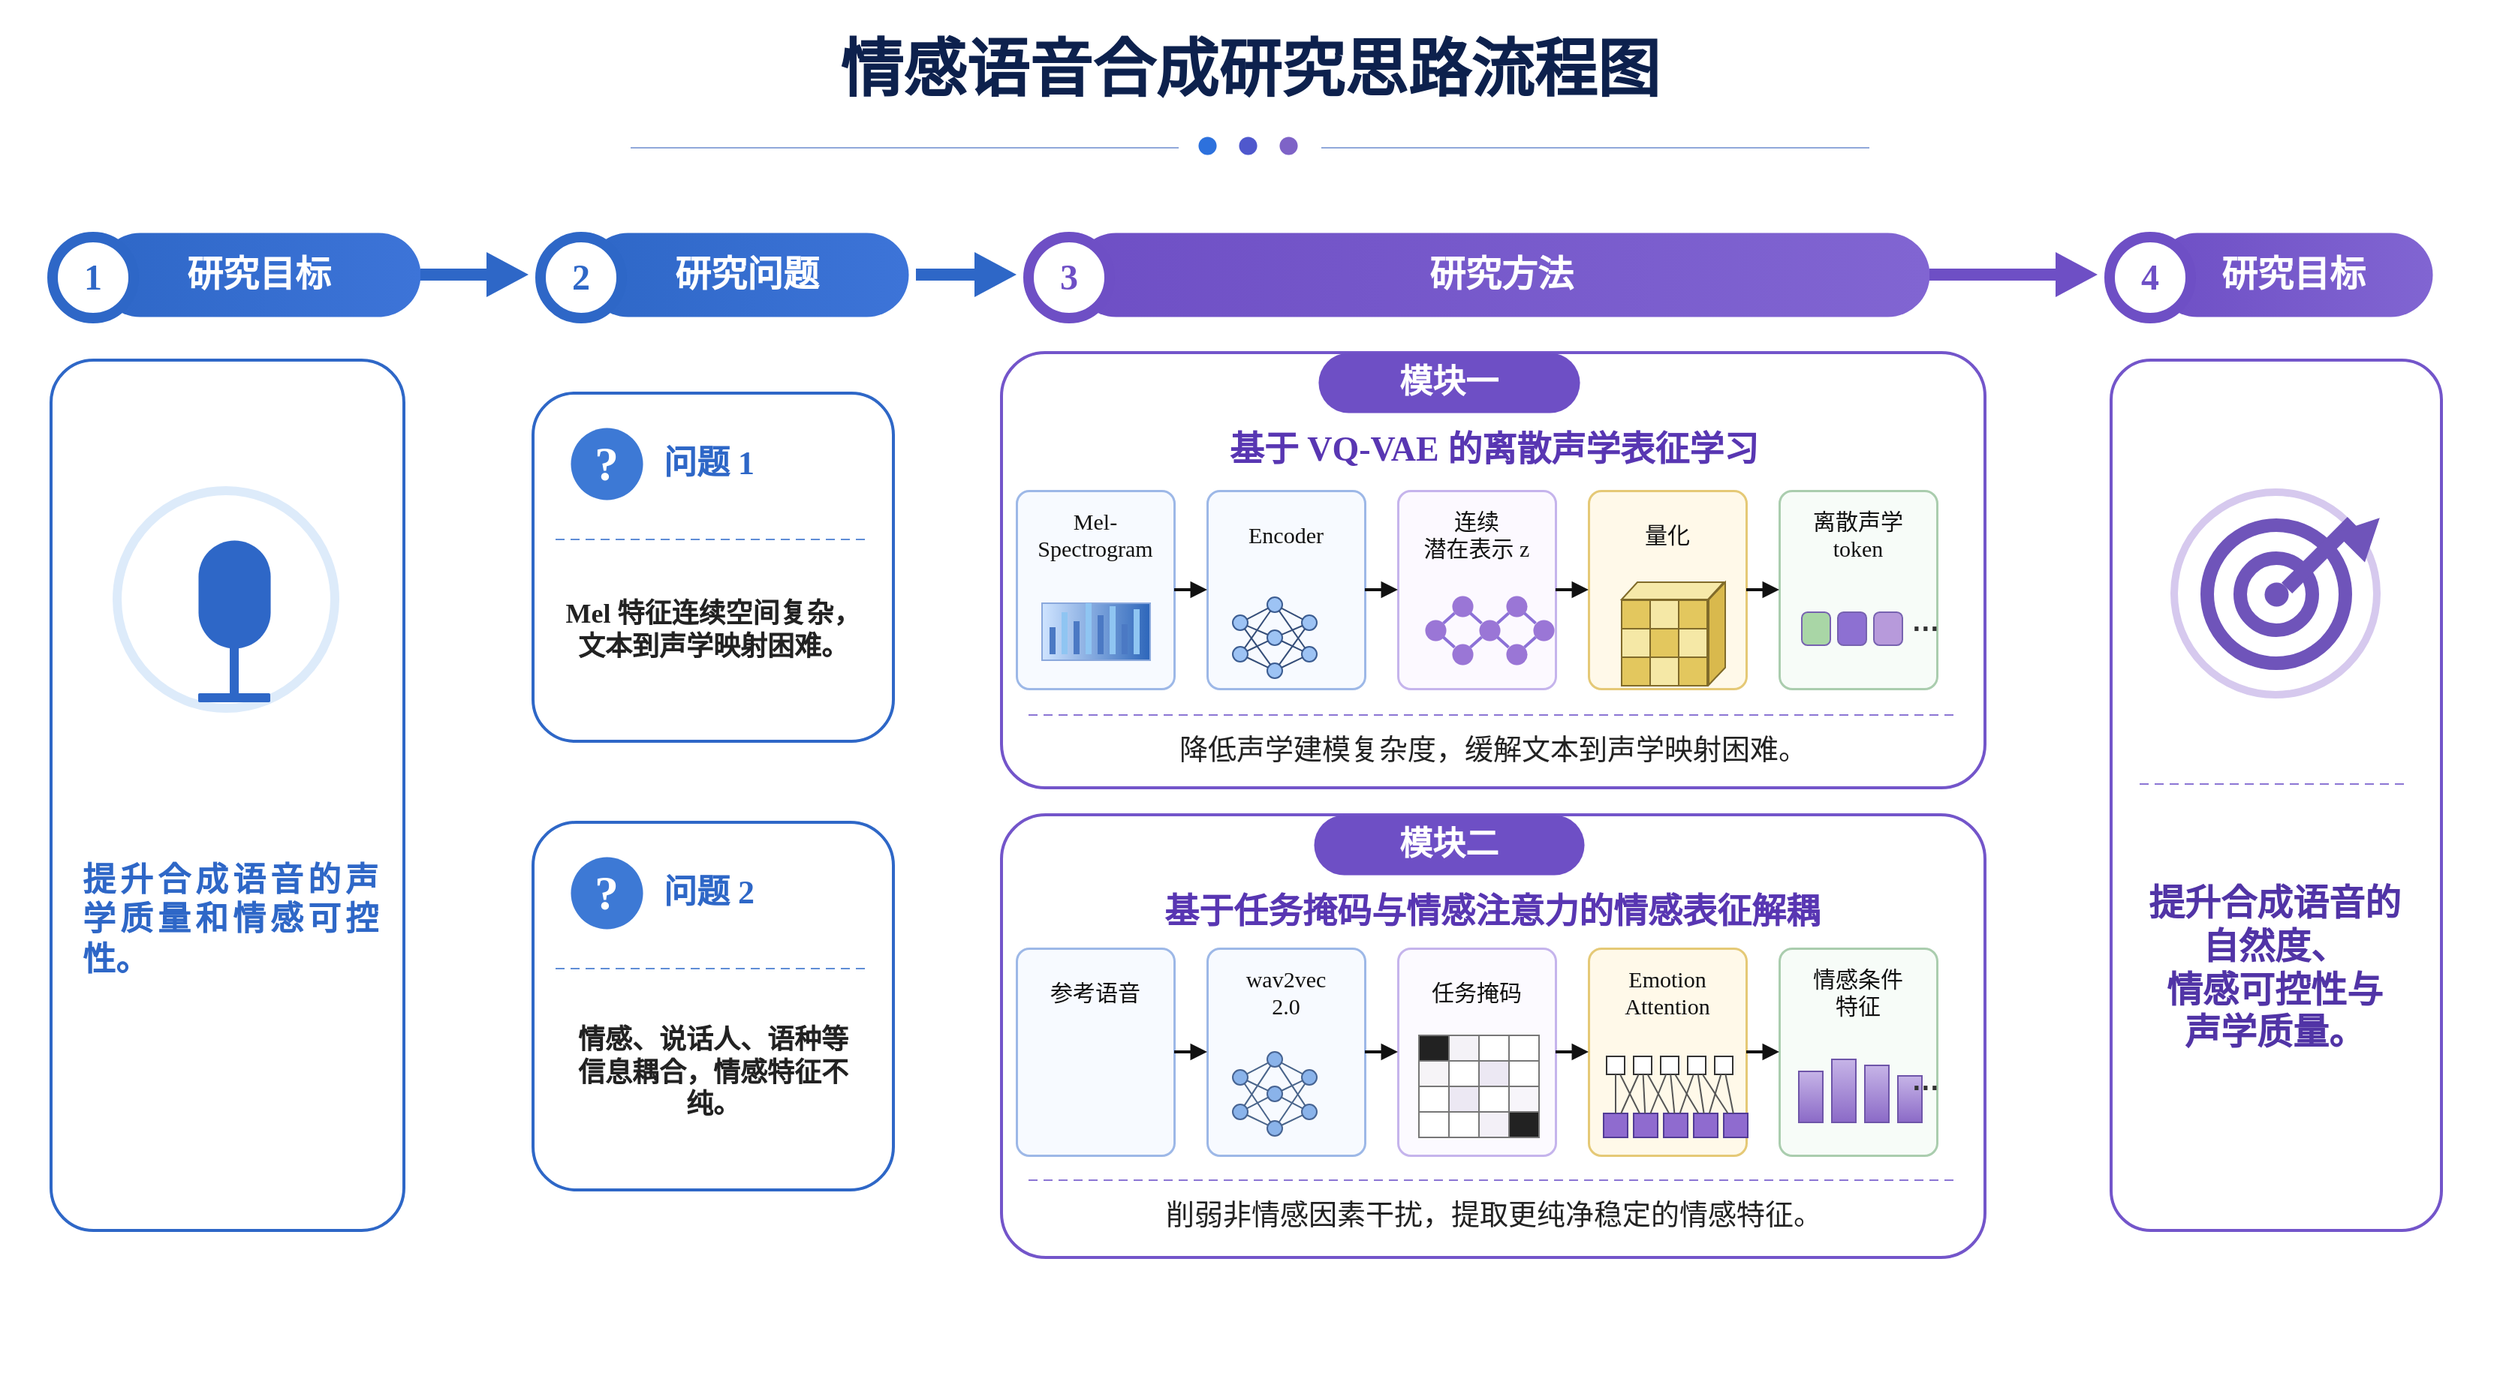
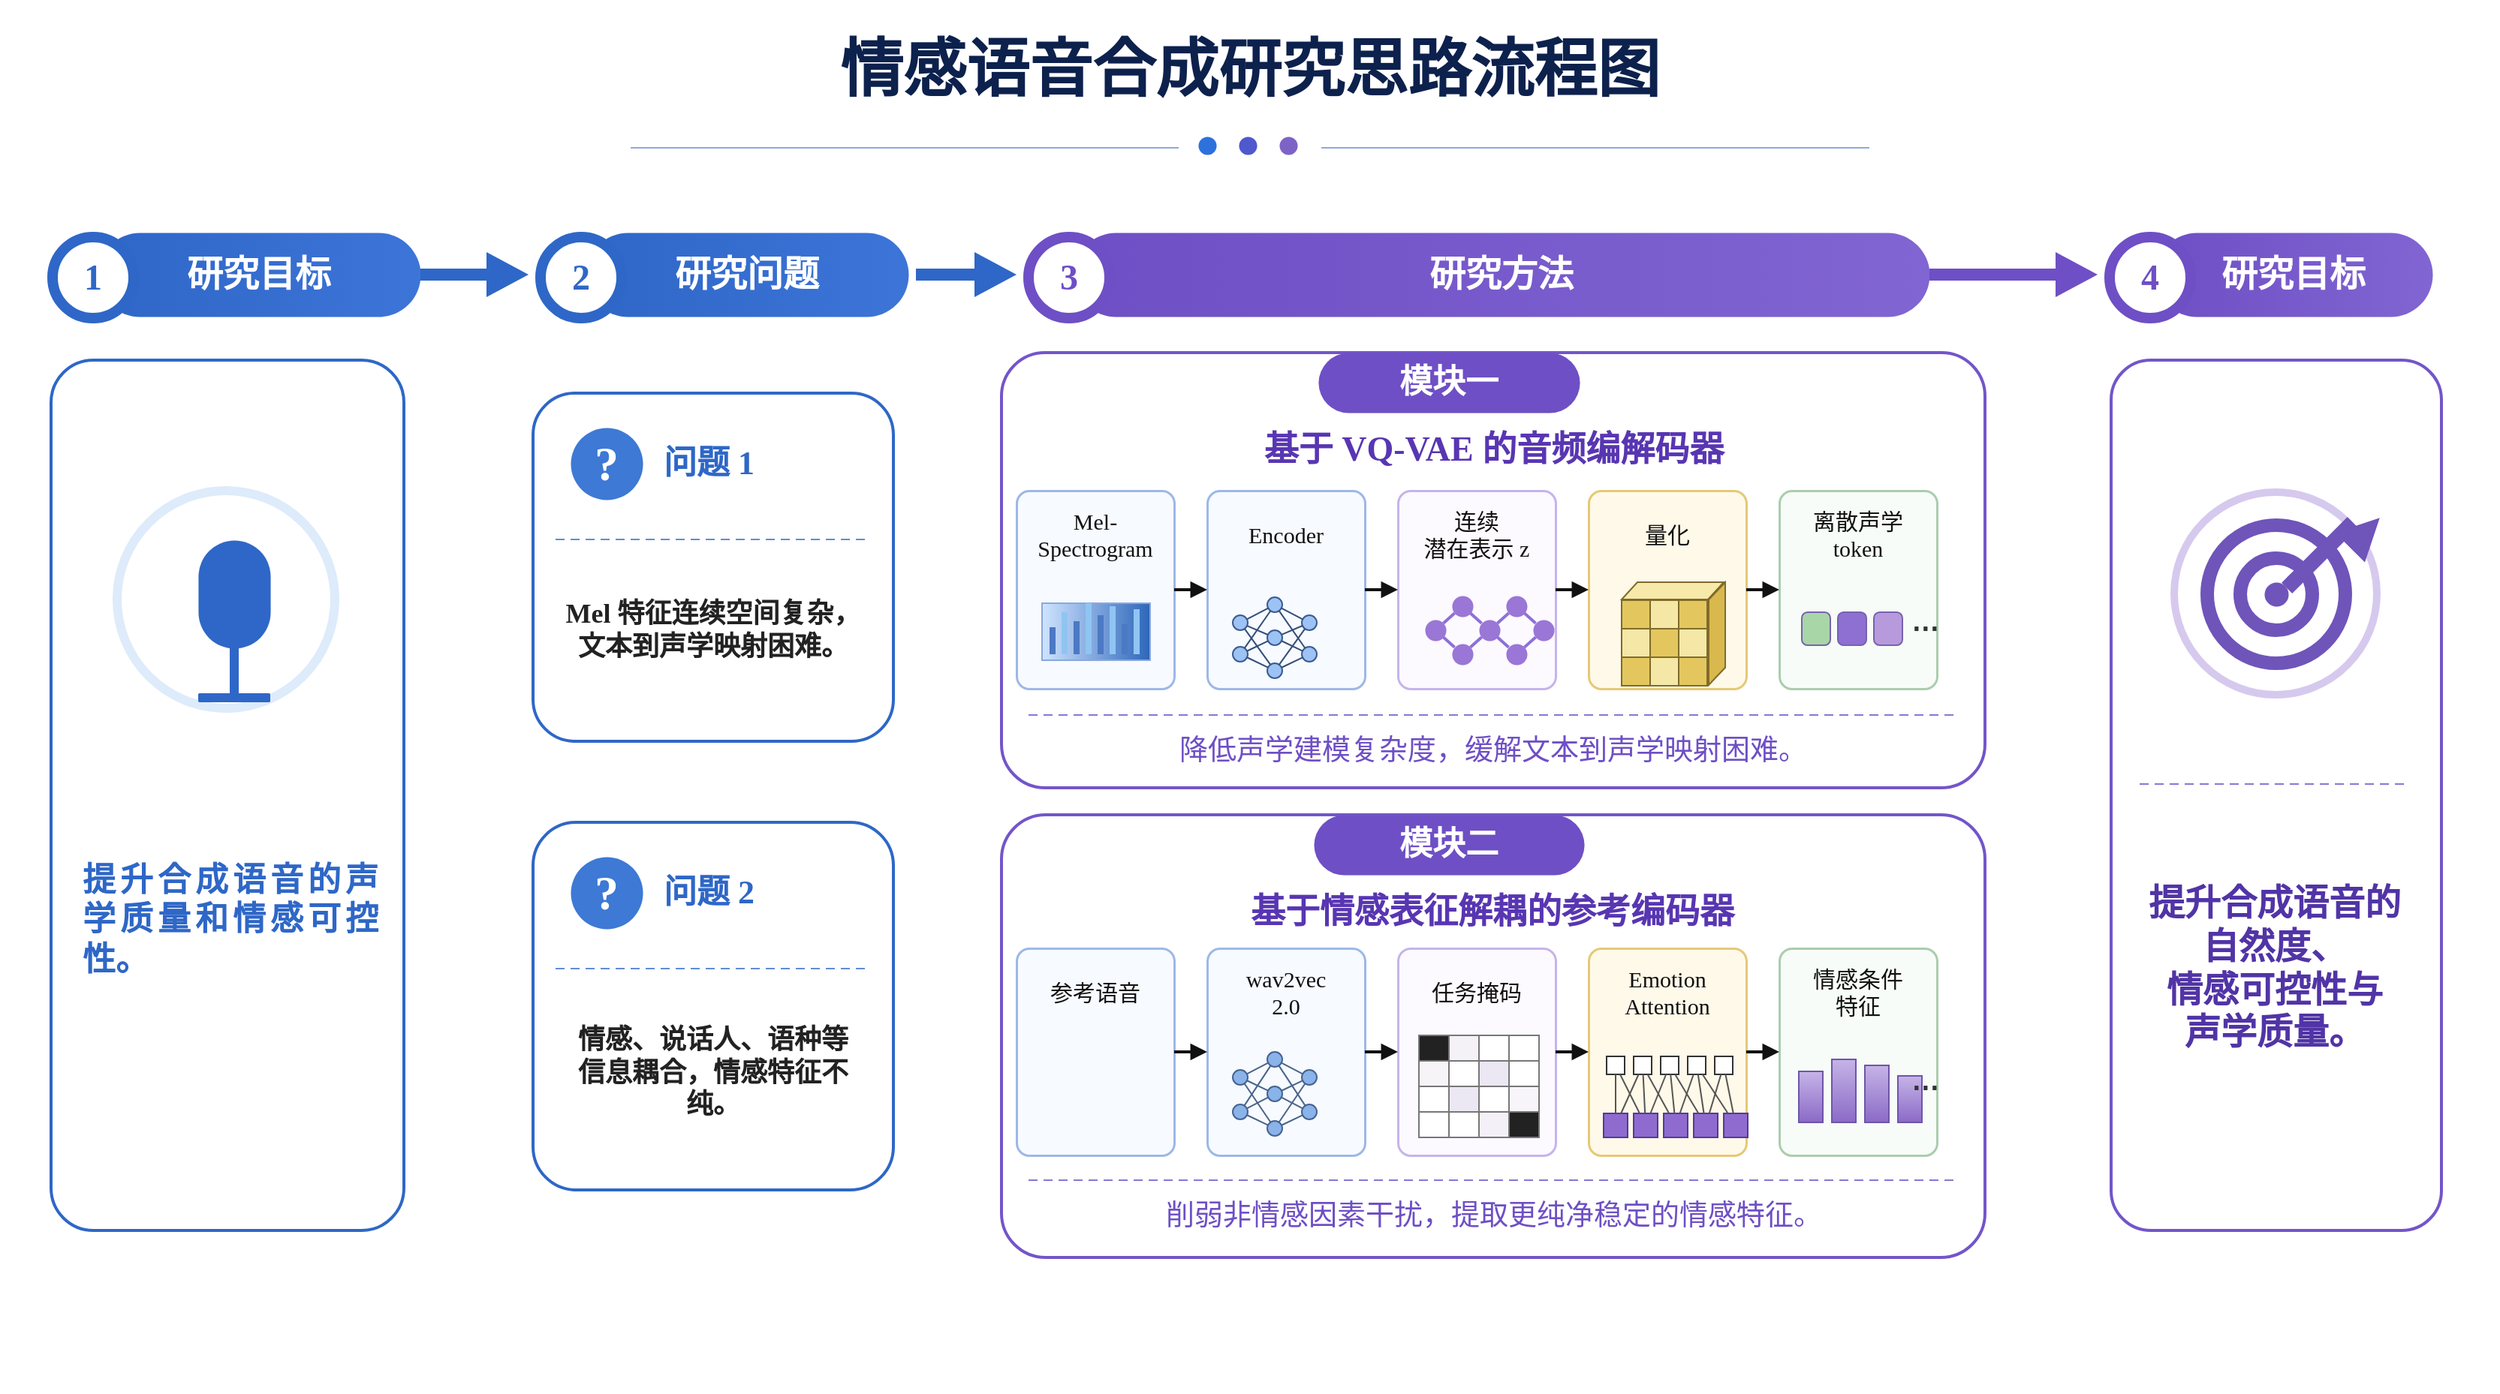
<mxfile host="app.diagrams.net">
  <diagram name="第 1 页" id="fVVEHDjkvuh4-jfM98xs">
    <mxGraphModel dx="2060" dy="1284" grid="1" gridSize="1" guides="1" tooltips="1" connect="1" arrows="1" fold="1" page="1" pageScale="1" pageWidth="1664" pageHeight="928" math="1" shadow="0">
      <root>
        <mxCell id="0" />
        <mxCell id="1" parent="0" />
        <mxCell id="v2" parent="1" style="shape=rect;fillColor=#FFFFFF;strokeColor=none;fontFamily=Comic Sans MS;" value="" vertex="1">
          <mxGeometry height="928" width="1664" as="geometry" />
        </mxCell>
        <mxCell id="v3" parent="1" style="text;html=1;whiteSpace=wrap;align=center;verticalAlign=middle;fontFamily=Comic Sans MS;fontSize=42;fontColor=#0D214D;fontStyle=1;spacing=0;" value="情感语音合成研究思路流程图" vertex="1">
          <mxGeometry height="58" width="885" x="390" y="18" as="geometry" />
        </mxCell>
        <mxCell id="v4" parent="1" style="shape=line;strokeColor=#90A8DA;strokeWidth=1;fontFamily=Comic Sans MS;" value="" vertex="1">
          <mxGeometry height="1" width="365" x="420" y="98" as="geometry" />
        </mxCell>
        <mxCell id="v5" parent="1" style="shape=line;strokeColor=#90A8DA;strokeWidth=1;fontFamily=Comic Sans MS;" value="" vertex="1">
          <mxGeometry height="1" width="365" x="880" y="98" as="geometry" />
        </mxCell>
        <mxCell id="v6" parent="1" style="ellipse;whiteSpace=wrap;html=1;fillColor=#2D71DD;strokeColor=#2D71DD;strokeWidth=0;fontFamily=Comic Sans MS;" value="" vertex="1">
          <mxGeometry height="12" width="12" x="798" y="91" as="geometry" />
        </mxCell>
        <mxCell id="v7" parent="1" style="ellipse;whiteSpace=wrap;html=1;fillColor=#4F58CD;strokeColor=#4F58CD;strokeWidth=0;fontFamily=Comic Sans MS;" value="" vertex="1">
          <mxGeometry height="12" width="12" x="825" y="91" as="geometry" />
        </mxCell>
        <mxCell id="v8" parent="1" style="ellipse;whiteSpace=wrap;html=1;fillColor=#7E63C7;strokeColor=#7E63C7;strokeWidth=0;fontFamily=Comic Sans MS;" value="" vertex="1">
          <mxGeometry height="12" width="12" x="852" y="91" as="geometry" />
        </mxCell>
        <mxCell id="v9" parent="1" style="rounded=1;arcSize=50;whiteSpace=wrap;html=1;fillColor=#2E67C7;strokeColor=none;strokeWidth=0;fontFamily=Comic Sans MS;gradientColor=#3D74D8;gradientDirection=east;fontSize=24;fontColor=#FFFFFF;fontStyle=1;align=center;verticalAlign=middle;" value="研究目标" vertex="1">
          <mxGeometry height="56" width="215" x="65" y="155" as="geometry" />
        </mxCell>
        <mxCell id="v10" parent="1" style="ellipse;whiteSpace=wrap;html=1;fillColor=#FFFFFF;strokeColor=#2E67C7;strokeWidth=7;fontFamily=Comic Sans MS;fontSize=24;fontColor=#2E67C7;fontStyle=1;align=center;verticalAlign=middle;" value="1" vertex="1">
          <mxGeometry height="54" width="54" x="35" y="158" as="geometry" />
        </mxCell>
        <mxCell id="v11" parent="1" style="rounded=1;arcSize=50;whiteSpace=wrap;html=1;fillColor=#2E67C7;strokeColor=none;strokeWidth=0;fontFamily=Comic Sans MS;gradientColor=#3D74D8;gradientDirection=east;fontSize=24;fontColor=#FFFFFF;fontStyle=1;align=center;verticalAlign=middle;" value="研究问题" vertex="1">
          <mxGeometry height="56" width="215" x="390" y="155" as="geometry" />
        </mxCell>
        <mxCell id="v12" parent="1" style="ellipse;whiteSpace=wrap;html=1;fillColor=#FFFFFF;strokeColor=#2E67C7;strokeWidth=7;fontFamily=Comic Sans MS;fontSize=24;fontColor=#2E67C7;fontStyle=1;align=center;verticalAlign=middle;" value="2" vertex="1">
          <mxGeometry height="54" width="54" x="360" y="158" as="geometry" />
        </mxCell>
        <mxCell id="v13" parent="1" style="rounded=1;arcSize=50;whiteSpace=wrap;html=1;fillColor=#6E4FC5;strokeColor=none;strokeWidth=0;fontFamily=Comic Sans MS;gradientColor=#8165D2;gradientDirection=east;fontSize=24;fontColor=#FFFFFF;fontStyle=1;align=center;verticalAlign=middle;" value="研究方法" vertex="1">
          <mxGeometry height="56" width="570" x="715" y="155" as="geometry" />
        </mxCell>
        <mxCell id="v14" parent="1" style="ellipse;whiteSpace=wrap;html=1;fillColor=#FFFFFF;strokeColor=#6E4FC5;strokeWidth=7;fontFamily=Comic Sans MS;fontSize=24;fontColor=#6E4FC5;fontStyle=1;align=center;verticalAlign=middle;" value="3" vertex="1">
          <mxGeometry height="54" width="54" x="685" y="158" as="geometry" />
        </mxCell>
        <mxCell id="v15" parent="1" style="rounded=1;arcSize=50;whiteSpace=wrap;html=1;fillColor=#6E4FC5;strokeColor=none;strokeWidth=0;fontFamily=Comic Sans MS;gradientColor=#8165D2;gradientDirection=east;fontSize=24;fontColor=#FFFFFF;fontStyle=1;align=center;verticalAlign=middle;" value="研究目标" vertex="1">
          <mxGeometry height="56" width="185" x="1435" y="155" as="geometry" />
        </mxCell>
        <mxCell id="v16" parent="1" style="ellipse;whiteSpace=wrap;html=1;fillColor=#FFFFFF;strokeColor=#6E4FC5;strokeWidth=7;fontFamily=Comic Sans MS;fontSize=24;fontColor=#6E4FC5;fontStyle=1;align=center;verticalAlign=middle;" value="4" vertex="1">
          <mxGeometry height="54" width="54" x="1405" y="158" as="geometry" />
        </mxCell>
        <mxCell id="v17" parent="1" style="shape=rect;fillColor=#2E67C7;strokeColor=none;fontFamily=Comic Sans MS;" value="" vertex="1">
          <mxGeometry height="8" width="52" x="280" y="179" as="geometry" />
        </mxCell>
        <mxCell id="v18" parent="1" style="shape=triangle;direction=east;fillColor=#2E67C7;strokeColor=none;fontFamily=Comic Sans MS;" value="" vertex="1">
          <mxGeometry height="30" width="28" x="324" y="168" as="geometry" />
        </mxCell>
        <mxCell id="v19" parent="1" style="shape=rect;fillColor=#2E67C7;strokeColor=none;fontFamily=Comic Sans MS;" value="" vertex="1">
          <mxGeometry height="8" width="47" x="610" y="179" as="geometry" />
        </mxCell>
        <mxCell id="v20" parent="1" style="shape=triangle;direction=east;fillColor=#2E67C7;strokeColor=none;fontFamily=Comic Sans MS;" value="" vertex="1">
          <mxGeometry height="30" width="28" x="649" y="168" as="geometry" />
        </mxCell>
        <mxCell id="v21" parent="1" style="shape=rect;fillColor=#6E4FC5;strokeColor=none;fontFamily=Comic Sans MS;" value="" vertex="1">
          <mxGeometry height="8" width="92" x="1285" y="179" as="geometry" />
        </mxCell>
        <mxCell id="v22" parent="1" style="shape=triangle;direction=east;fillColor=#6E4FC5;strokeColor=none;fontFamily=Comic Sans MS;" value="" vertex="1">
          <mxGeometry height="30" width="28" x="1369" y="168" as="geometry" />
        </mxCell>
        <mxCell id="v23" parent="1" style="rounded=1;arcSize=12;whiteSpace=wrap;html=1;fillColor=#FFFFFF;strokeColor=#2E67C7;strokeWidth=2;fontFamily=Comic Sans MS;" value="" vertex="1">
          <mxGeometry height="580" width="235" x="34" y="240" as="geometry" />
        </mxCell>
        <mxCell id="v24" parent="1" style="rounded=1;arcSize=12;whiteSpace=wrap;html=1;fillColor=#FFFFFF;strokeColor=#2E67C7;strokeWidth=2;fontFamily=Comic Sans MS;" value="" vertex="1">
          <mxGeometry height="232" width="240" x="355" y="262" as="geometry" />
        </mxCell>
        <mxCell id="v25" parent="1" style="rounded=1;arcSize=12;whiteSpace=wrap;html=1;fillColor=#FFFFFF;strokeColor=#2E67C7;strokeWidth=2;fontFamily=Comic Sans MS;" value="" vertex="1">
          <mxGeometry height="245" width="240" x="355" y="548" as="geometry" />
        </mxCell>
        <mxCell id="v26" parent="1" style="rounded=1;arcSize=10;whiteSpace=wrap;html=1;fillColor=#FFFFFF;strokeColor=#7355CA;strokeWidth=2;fontFamily=Comic Sans MS;" value="" vertex="1">
          <mxGeometry height="290" width="655" x="667" y="235" as="geometry" />
        </mxCell>
        <mxCell id="v27" parent="1" style="rounded=1;arcSize=10;whiteSpace=wrap;html=1;fillColor=#FFFFFF;strokeColor=#7355CA;strokeWidth=2;fontFamily=Comic Sans MS;" value="" vertex="1">
          <mxGeometry height="295" width="655" x="667" y="543" as="geometry" />
        </mxCell>
        <mxCell id="v28" parent="1" style="rounded=1;arcSize=12;whiteSpace=wrap;html=1;fillColor=#FFFFFF;strokeColor=#7355CA;strokeWidth=2;fontFamily=Comic Sans MS;" value="" vertex="1">
          <mxGeometry height="580" width="220" x="1406" y="240" as="geometry" />
        </mxCell>
        <mxCell id="v29" parent="1" style="ellipse;whiteSpace=wrap;html=1;fillColor=#FFFFFF;strokeColor=#DDEBFA;strokeWidth=6;fontFamily=Comic Sans MS;" value="" vertex="1">
          <mxGeometry height="145" width="145" x="78" y="327" as="geometry" />
        </mxCell>
        <mxCell id="v30" parent="1" style="rounded=1;arcSize=50;whiteSpace=wrap;html=1;fillColor=#2E67C7;strokeColor=#2E67C7;strokeWidth=0;fontFamily=Comic Sans MS;" value="" vertex="1">
          <mxGeometry height="72" width="48" x="132" y="360" as="geometry" />
        </mxCell>
        <mxCell id="v31" parent="1" style="shape=mxgraph.basic.arc;startAngle=180;endAngle=360;fillColor=none;strokeColor=#2E67C7;strokeWidth=5;fontFamily=Comic Sans MS;" value="" vertex="1">
          <mxGeometry height="58" width="70" x="121" y="388" as="geometry" />
        </mxCell>
        <mxCell id="v32" parent="1" style="shape=rect;fillColor=#2E67C7;strokeColor=none;fontFamily=Comic Sans MS;" value="" vertex="1">
          <mxGeometry height="34" width="6" x="153" y="431" as="geometry" />
        </mxCell>
        <mxCell id="v33" parent="1" style="shape=rect;fillColor=#2E67C7;strokeColor=none;rounded=1;fontFamily=Comic Sans MS;" value="" vertex="1">
          <mxGeometry height="6" width="48" x="132" y="462" as="geometry" />
        </mxCell>
        <mxCell id="v34" parent="1" style="shape=mxgraph.basic.arc;startAngle=90;endAngle=270;direction=west;fillColor=none;strokeColor=#2E67C7;strokeWidth=4;fontFamily=Comic Sans MS;" value="" vertex="1">
          <mxGeometry height="38" width="18" x="90" y="380" as="geometry" />
        </mxCell>
        <mxCell id="v35" parent="1" style="shape=mxgraph.basic.arc;startAngle=90;endAngle=270;direction=west;fillColor=none;strokeColor=#2E67C7;strokeWidth=4;fontFamily=Comic Sans MS;" value="" vertex="1">
          <mxGeometry height="54" width="28" x="82" y="372" as="geometry" />
        </mxCell>
        <mxCell id="v36" parent="1" style="shape=mxgraph.basic.arc;startAngle=90;endAngle=270;direction=east;fillColor=none;strokeColor=#2E67C7;strokeWidth=4;fontFamily=Comic Sans MS;" value="" vertex="1">
          <mxGeometry height="38" width="18" x="193" y="380" as="geometry" />
        </mxCell>
        <mxCell id="v37" parent="1" style="shape=mxgraph.basic.arc;startAngle=90;endAngle=270;direction=east;fillColor=none;strokeColor=#2E67C7;strokeWidth=4;fontFamily=Comic Sans MS;" value="" vertex="1">
          <mxGeometry height="54" width="28" x="192" y="372" as="geometry" />
        </mxCell>
        <mxCell id="v38" parent="1" style="text;html=1;whiteSpace=wrap;align=left;verticalAlign=middle;fontFamily=Comic Sans MS;fontSize=22;fontColor=#111111;fontStyle=0;spacing=0;" value="&lt;div style=&quot;text-align: justify;&quot;&gt;&lt;b style=&quot;background-color: transparent; color: light-dark(rgb(46, 103, 199), rgb(237, 237, 237));&quot;&gt;提升合成语音的声学质量和情感可控性。&lt;/b&gt;&lt;/div&gt;" vertex="1">
          <mxGeometry height="225" width="195" x="55" y="500" as="geometry" />
        </mxCell>
        <mxCell id="v39" parent="1" style="ellipse;whiteSpace=wrap;html=1;fillColor=#3D79D5;strokeColor=#3D79D5;strokeWidth=0;fontFamily=Comic Sans MS;fontSize=32;fontColor=#FFFFFF;fontStyle=1;align=center;verticalAlign=middle;" value="?" vertex="1">
          <mxGeometry height="48" width="48" x="380" y="285" as="geometry" />
        </mxCell>
        <mxCell id="v40" parent="1" style="text;html=1;whiteSpace=wrap;align=left;verticalAlign=middle;fontFamily=Comic Sans MS;fontSize=22;fontColor=#2E67C7;fontStyle=1;spacing=0;" value="问题 1" vertex="1">
          <mxGeometry height="44" width="120" x="442" y="287" as="geometry" />
        </mxCell>
        <mxCell id="v41" parent="1" style="shape=line;strokeColor=#5F8DD6;strokeWidth=1;dashed=1;dashPattern=6 4;fontFamily=Comic Sans MS;" value="" vertex="1">
          <mxGeometry height="1" width="210" x="370" y="359" as="geometry" />
        </mxCell>
        <mxCell id="v42" parent="1" style="ellipse;whiteSpace=wrap;html=1;fillColor=#3D79D5;strokeColor=#3D79D5;strokeWidth=0;fontFamily=Comic Sans MS;fontSize=32;fontColor=#FFFFFF;fontStyle=1;align=center;verticalAlign=middle;" value="?" vertex="1">
          <mxGeometry height="48" width="48" x="380" y="571" as="geometry" />
        </mxCell>
        <mxCell id="v43" parent="1" style="text;html=1;whiteSpace=wrap;align=left;verticalAlign=middle;fontFamily=Comic Sans MS;fontSize=22;fontColor=#2E67C7;fontStyle=1;spacing=0;" value="问题 2" vertex="1">
          <mxGeometry height="44" width="120" x="442" y="573" as="geometry" />
        </mxCell>
        <mxCell id="v44" parent="1" style="shape=line;strokeColor=#5F8DD6;strokeWidth=1;dashed=1;dashPattern=6 4;fontFamily=Comic Sans MS;" value="" vertex="1">
          <mxGeometry height="1" width="210" x="370" y="645" as="geometry" />
        </mxCell>
        <mxCell id="v45" parent="1" style="text;html=1;whiteSpace=wrap;align=center;verticalAlign=middle;fontFamily=Comic Sans MS;fontSize=18;fontColor=#222222;fontStyle=0;spacing=0;" value="&lt;b&gt;Mel 特征连续空间复杂，&lt;br&gt;文本到声学映射困难。&lt;/b&gt;" vertex="1">
          <mxGeometry height="110" width="210" x="370" y="365" as="geometry" />
        </mxCell>
        <mxCell id="v46" parent="1" style="text;html=1;whiteSpace=wrap;align=center;verticalAlign=middle;fontFamily=Comic Sans MS;fontSize=18;fontColor=#222222;fontStyle=0;spacing=0;" value="&lt;b&gt;情感、说话人、语种等&lt;br&gt;信息耦合，情感特征不纯。&lt;/b&gt;" vertex="1">
          <mxGeometry height="115" width="210" x="370" y="657" as="geometry" />
        </mxCell>
        <mxCell id="e47" edge="1" parent="1" style="edgeStyle=orthogonalEdgeStyle;rounded=0;html=1;strokeColor=#3B72CA;strokeWidth=3;dashed=1;dashPattern=6 4;endArrow=block;endFill=1;" value="">
          <mxGeometry relative="1" as="geometry">
            <Array as="points">
              <mxPoint x="278" y="510" />
              <mxPoint x="310" y="510" />
              <mxPoint x="310" y="378" />
              <mxPoint x="350" y="378" />
            </Array>
          </mxGeometry>
        </mxCell>
        <mxCell id="e48" edge="1" parent="1" style="edgeStyle=orthogonalEdgeStyle;rounded=0;html=1;strokeColor=#3B72CA;strokeWidth=3;dashed=1;dashPattern=6 4;endArrow=block;endFill=1;" value="">
          <mxGeometry relative="1" as="geometry">
            <Array as="points">
              <mxPoint x="278" y="510" />
              <mxPoint x="310" y="510" />
              <mxPoint x="310" y="670" />
              <mxPoint x="350" y="670" />
            </Array>
          </mxGeometry>
        </mxCell>
        <mxCell id="e49" edge="1" parent="1" style="edgeStyle=orthogonalEdgeStyle;rounded=0;html=1;strokeColor=#6E4FC5;strokeWidth=3;dashed=1;dashPattern=6 4;endArrow=block;endFill=1;" value="">
          <mxGeometry relative="1" as="geometry">
            <Array as="points">
              <mxPoint x="595" y="378" />
              <mxPoint x="625" y="378" />
              <mxPoint x="625" y="356" />
              <mxPoint x="665" y="356" />
            </Array>
          </mxGeometry>
        </mxCell>
        <mxCell id="e50" edge="1" parent="1" style="edgeStyle=orthogonalEdgeStyle;rounded=0;html=1;strokeColor=#6E4FC5;strokeWidth=3;dashed=1;dashPattern=6 4;endArrow=block;endFill=1;" value="">
          <mxGeometry relative="1" as="geometry">
            <Array as="points">
              <mxPoint x="595" y="670" />
              <mxPoint x="625" y="670" />
              <mxPoint x="625" y="695" />
              <mxPoint x="665" y="695" />
            </Array>
          </mxGeometry>
        </mxCell>
        <mxCell id="v51" parent="1" style="rounded=1;arcSize=50;whiteSpace=wrap;html=1;fillColor=#6E4FC5;strokeColor=#6E4FC5;strokeWidth=0;fontFamily=Comic Sans MS;fontSize=22;fontColor=#FFFFFF;fontStyle=1;align=center;verticalAlign=middle;" value="模块一" vertex="1">
          <mxGeometry height="40" width="174" x="878" y="235" as="geometry" />
        </mxCell>
        <mxCell id="v52" parent="1" style="rounded=1;arcSize=50;whiteSpace=wrap;html=1;fillColor=#6E4FC5;strokeColor=#6E4FC5;strokeWidth=0;fontFamily=Comic Sans MS;fontSize=22;fontColor=#FFFFFF;fontStyle=1;align=center;verticalAlign=middle;" value="模块二" vertex="1">
          <mxGeometry height="40" width="180" x="875" y="543" as="geometry" />
        </mxCell>
-         <mxCell id="v53" parent="1" style="text;html=1;whiteSpace=wrap;align=center;verticalAlign=middle;fontFamily=Comic Sans MS;fontSize=23;fontColor=#5836B2;fontStyle=1;spacing=0;" value="基于 VQ-VAE 的离散声学表征学习" vertex="1">
+         <mxCell id="v53" parent="1" style="text;html=1;whiteSpace=wrap;align=center;verticalAlign=middle;fontFamily=Comic Sans MS;fontSize=23;fontColor=#5836B2;fontStyle=1;spacing=0;" value="基于 VQ-VAE 的音频编解码器" vertex="1">
          <mxGeometry height="38" width="520" x="735" y="280" as="geometry" />
        </mxCell>
-         <mxCell id="v54" parent="1" style="text;html=1;whiteSpace=wrap;align=center;verticalAlign=middle;fontFamily=Comic Sans MS;fontSize=23;fontColor=#5836B2;fontStyle=1;spacing=0;" value="基于任务掩码与情感注意力的情感表征解耦" vertex="1">
+         <mxCell id="v54" parent="1" style="text;html=1;whiteSpace=wrap;align=center;verticalAlign=middle;fontFamily=Comic Sans MS;fontSize=23;fontColor=#5836B2;fontStyle=1;spacing=0;" value="基于情感表征解耦的参考编码器" vertex="1">
          <mxGeometry height="38" width="580" x="704" y="588" as="geometry" />
        </mxCell>
        <mxCell id="v55" parent="1" style="rounded=1;arcSize=8;whiteSpace=wrap;html=1;fillColor=#F7FAFF;strokeColor=#9DB8E7;strokeWidth=1.5;fontFamily=Comic Sans MS;" value="" vertex="1">
          <mxGeometry height="132" width="105" x="677" y="327" as="geometry" />
        </mxCell>
        <mxCell id="v56" parent="1" style="text;html=1;whiteSpace=wrap;align=center;verticalAlign=middle;fontFamily=Comic Sans MS;fontSize=15;fontColor=#111111;fontStyle=0;spacing=0;" value="Mel-&lt;br&gt;Spectrogram" vertex="1">
          <mxGeometry height="42" width="95" x="682" y="335" as="geometry" />
        </mxCell>
        <mxCell id="v57" parent="1" style="rounded=1;arcSize=8;whiteSpace=wrap;html=1;fillColor=#F7FAFF;strokeColor=#9DB8E7;strokeWidth=1.5;fontFamily=Comic Sans MS;" value="" vertex="1">
          <mxGeometry height="132" width="105" x="804" y="327" as="geometry" />
        </mxCell>
        <mxCell id="v58" parent="1" style="text;html=1;whiteSpace=wrap;align=center;verticalAlign=middle;fontFamily=Comic Sans MS;fontSize=15;fontColor=#111111;fontStyle=0;spacing=0;" value="Encoder" vertex="1">
          <mxGeometry height="42" width="95" x="809" y="335" as="geometry" />
        </mxCell>
        <mxCell id="v59" parent="1" style="rounded=1;arcSize=8;whiteSpace=wrap;html=1;fillColor=#FCF9FF;strokeColor=#C5B4EC;strokeWidth=1.5;fontFamily=Comic Sans MS;" value="" vertex="1">
          <mxGeometry height="132" width="105" x="931" y="327" as="geometry" />
        </mxCell>
        <mxCell id="v60" parent="1" style="text;html=1;whiteSpace=wrap;align=center;verticalAlign=middle;fontFamily=Comic Sans MS;fontSize=15;fontColor=#111111;fontStyle=0;spacing=0;" value="连续&lt;br&gt;潜在表示 z" vertex="1">
          <mxGeometry height="42" width="95" x="936" y="335" as="geometry" />
        </mxCell>
        <mxCell id="v61" parent="1" style="rounded=1;arcSize=8;whiteSpace=wrap;html=1;fillColor=#FFF9E9;strokeColor=#E5C976;strokeWidth=1.5;fontFamily=Comic Sans MS;" value="" vertex="1">
          <mxGeometry height="132" width="105" x="1058" y="327" as="geometry" />
        </mxCell>
        <mxCell id="v62" parent="1" style="text;html=1;whiteSpace=wrap;align=center;verticalAlign=middle;fontFamily=Comic Sans MS;fontSize=15;fontColor=#111111;fontStyle=0;spacing=0;" value="量化" vertex="1">
          <mxGeometry height="42" width="95" x="1063" y="335" as="geometry" />
        </mxCell>
        <mxCell id="v63" parent="1" style="rounded=1;arcSize=8;whiteSpace=wrap;html=1;fillColor=#F7FCF8;strokeColor=#AACDAE;strokeWidth=1.5;fontFamily=Comic Sans MS;" value="" vertex="1">
          <mxGeometry height="132" width="105" x="1185" y="327" as="geometry" />
        </mxCell>
        <mxCell id="v64" parent="1" style="text;html=1;whiteSpace=wrap;align=center;verticalAlign=middle;fontFamily=Comic Sans MS;fontSize=15;fontColor=#111111;fontStyle=0;spacing=0;" value="离散声学&lt;br&gt;token" vertex="1">
          <mxGeometry height="42" width="95" x="1190" y="335" as="geometry" />
        </mxCell>
        <mxCell id="e65" edge="1" parent="1" source="v55" style="edgeStyle=orthogonalEdgeStyle;rounded=0;html=1;strokeColor=#111111;strokeWidth=2;endArrow=block;endFill=1;fontFamily=Comic Sans MS;" target="v57" value="">
          <mxGeometry relative="1" as="geometry" />
        </mxCell>
        <mxCell id="e66" edge="1" parent="1" source="v57" style="edgeStyle=orthogonalEdgeStyle;rounded=0;html=1;strokeColor=#111111;strokeWidth=2;endArrow=block;endFill=1;fontFamily=Comic Sans MS;" target="v59" value="">
          <mxGeometry relative="1" as="geometry" />
        </mxCell>
        <mxCell id="e67" edge="1" parent="1" source="v59" style="edgeStyle=orthogonalEdgeStyle;rounded=0;html=1;strokeColor=#111111;strokeWidth=2;endArrow=block;endFill=1;fontFamily=Comic Sans MS;" target="v61" value="">
          <mxGeometry relative="1" as="geometry" />
        </mxCell>
        <mxCell id="e68" edge="1" parent="1" source="v61" style="edgeStyle=orthogonalEdgeStyle;rounded=0;html=1;strokeColor=#111111;strokeWidth=2;endArrow=block;endFill=1;fontFamily=Comic Sans MS;" target="v63" value="">
          <mxGeometry relative="1" as="geometry" />
        </mxCell>
        <mxCell id="v69" parent="1" style="shape=rect;rounded=0;fillColor=#CFE4FF;gradientColor=#2D66BA;gradientDirection=east;strokeColor=#8AA8DC;fontFamily=Comic Sans MS;" value="" vertex="1">
          <mxGeometry height="38" width="72" x="694" y="402" as="geometry" />
        </mxCell>
        <mxCell id="v70" parent="1" style="shape=rect;fillColor=#4B79C4;strokeColor=none;fontFamily=Comic Sans MS;" value="" vertex="1">
          <mxGeometry height="18" width="4" x="699" y="418" as="geometry" />
        </mxCell>
        <mxCell id="v71" parent="1" style="shape=rect;fillColor=#8FC5F2;strokeColor=none;fontFamily=Comic Sans MS;" value="" vertex="1">
          <mxGeometry height="28" width="4" x="707" y="408" as="geometry" />
        </mxCell>
        <mxCell id="v72" parent="1" style="shape=rect;fillColor=#4B79C4;strokeColor=none;fontFamily=Comic Sans MS;" value="" vertex="1">
          <mxGeometry height="22" width="4" x="715" y="414" as="geometry" />
        </mxCell>
        <mxCell id="v73" parent="1" style="shape=rect;fillColor=#8FC5F2;strokeColor=none;fontFamily=Comic Sans MS;" value="" vertex="1">
          <mxGeometry height="34" width="4" x="723" y="402" as="geometry" />
        </mxCell>
        <mxCell id="v74" parent="1" style="shape=rect;fillColor=#4B79C4;strokeColor=none;fontFamily=Comic Sans MS;" value="" vertex="1">
          <mxGeometry height="26" width="4" x="731" y="410" as="geometry" />
        </mxCell>
        <mxCell id="v75" parent="1" style="shape=rect;fillColor=#8FC5F2;strokeColor=none;fontFamily=Comic Sans MS;" value="" vertex="1">
          <mxGeometry height="32" width="4" x="739" y="404" as="geometry" />
        </mxCell>
        <mxCell id="v76" parent="1" style="shape=rect;fillColor=#4B79C4;strokeColor=none;fontFamily=Comic Sans MS;" value="" vertex="1">
          <mxGeometry height="20" width="4" x="747" y="416" as="geometry" />
        </mxCell>
        <mxCell id="v77" parent="1" style="shape=rect;fillColor=#8FC5F2;strokeColor=none;fontFamily=Comic Sans MS;" value="" vertex="1">
          <mxGeometry height="30" width="4" x="755" y="406" as="geometry" />
        </mxCell>
        <mxCell id="v78" parent="1" style="ellipse;whiteSpace=wrap;html=1;fillColor=#9DC3F4;strokeColor=#3B5C91;strokeWidth=1;fontFamily=Comic Sans MS;" value="" vertex="1">
          <mxGeometry height="10" width="10" x="821" y="410" as="geometry" />
        </mxCell>
        <mxCell id="v79" parent="1" style="ellipse;whiteSpace=wrap;html=1;fillColor=#9DC3F4;strokeColor=#3B5C91;strokeWidth=1;fontFamily=Comic Sans MS;" value="" vertex="1">
          <mxGeometry height="10" width="10" x="821" y="431" as="geometry" />
        </mxCell>
        <mxCell id="v80" parent="1" style="ellipse;whiteSpace=wrap;html=1;fillColor=#9DC3F4;strokeColor=#3B5C91;strokeWidth=1;fontFamily=Comic Sans MS;" value="" vertex="1">
          <mxGeometry height="10" width="10" x="844" y="398" as="geometry" />
        </mxCell>
        <mxCell id="v81" parent="1" style="ellipse;whiteSpace=wrap;html=1;fillColor=#9DC3F4;strokeColor=#3B5C91;strokeWidth=1;fontFamily=Comic Sans MS;" value="" vertex="1">
          <mxGeometry height="10" width="10" x="844" y="420" as="geometry" />
        </mxCell>
        <mxCell id="v82" parent="1" style="ellipse;whiteSpace=wrap;html=1;fillColor=#9DC3F4;strokeColor=#3B5C91;strokeWidth=1;fontFamily=Comic Sans MS;" value="" vertex="1">
          <mxGeometry height="10" width="10" x="844" y="442" as="geometry" />
        </mxCell>
        <mxCell id="v83" parent="1" style="ellipse;whiteSpace=wrap;html=1;fillColor=#9DC3F4;strokeColor=#3B5C91;strokeWidth=1;fontFamily=Comic Sans MS;" value="" vertex="1">
          <mxGeometry height="10" width="10" x="867" y="410" as="geometry" />
        </mxCell>
        <mxCell id="v84" parent="1" style="ellipse;whiteSpace=wrap;html=1;fillColor=#9DC3F4;strokeColor=#3B5C91;strokeWidth=1;fontFamily=Comic Sans MS;" value="" vertex="1">
          <mxGeometry height="10" width="10" x="867" y="431" as="geometry" />
        </mxCell>
        <mxCell id="e85" edge="1" parent="1" source="v78" style="edgeStyle=none;html=1;strokeColor=#344D78;strokeWidth=1;endArrow=none;fontFamily=Comic Sans MS;" target="v80" value="">
          <mxGeometry relative="1" as="geometry" />
        </mxCell>
        <mxCell id="e86" edge="1" parent="1" source="v78" style="edgeStyle=none;html=1;strokeColor=#344D78;strokeWidth=1;endArrow=none;fontFamily=Comic Sans MS;" target="v81" value="">
          <mxGeometry relative="1" as="geometry" />
        </mxCell>
        <mxCell id="e87" edge="1" parent="1" source="v78" style="edgeStyle=none;html=1;strokeColor=#344D78;strokeWidth=1;endArrow=none;fontFamily=Comic Sans MS;" target="v82" value="">
          <mxGeometry relative="1" as="geometry" />
        </mxCell>
        <mxCell id="e88" edge="1" parent="1" source="v79" style="edgeStyle=none;html=1;strokeColor=#344D78;strokeWidth=1;endArrow=none;fontFamily=Comic Sans MS;" target="v80" value="">
          <mxGeometry relative="1" as="geometry" />
        </mxCell>
        <mxCell id="e89" edge="1" parent="1" source="v79" style="edgeStyle=none;html=1;strokeColor=#344D78;strokeWidth=1;endArrow=none;fontFamily=Comic Sans MS;" target="v81" value="">
          <mxGeometry relative="1" as="geometry" />
        </mxCell>
        <mxCell id="e90" edge="1" parent="1" source="v79" style="edgeStyle=none;html=1;strokeColor=#344D78;strokeWidth=1;endArrow=none;fontFamily=Comic Sans MS;" target="v82" value="">
          <mxGeometry relative="1" as="geometry" />
        </mxCell>
        <mxCell id="e91" edge="1" parent="1" source="v80" style="edgeStyle=none;html=1;strokeColor=#344D78;strokeWidth=1;endArrow=none;fontFamily=Comic Sans MS;" target="v83" value="">
          <mxGeometry relative="1" as="geometry" />
        </mxCell>
        <mxCell id="e92" edge="1" parent="1" source="v80" style="edgeStyle=none;html=1;strokeColor=#344D78;strokeWidth=1;endArrow=none;fontFamily=Comic Sans MS;" target="v84" value="">
          <mxGeometry relative="1" as="geometry" />
        </mxCell>
        <mxCell id="e93" edge="1" parent="1" source="v81" style="edgeStyle=none;html=1;strokeColor=#344D78;strokeWidth=1;endArrow=none;fontFamily=Comic Sans MS;" target="v83" value="">
          <mxGeometry relative="1" as="geometry" />
        </mxCell>
        <mxCell id="e94" edge="1" parent="1" source="v81" style="edgeStyle=none;html=1;strokeColor=#344D78;strokeWidth=1;endArrow=none;fontFamily=Comic Sans MS;" target="v84" value="">
          <mxGeometry relative="1" as="geometry" />
        </mxCell>
        <mxCell id="e95" edge="1" parent="1" source="v82" style="edgeStyle=none;html=1;strokeColor=#344D78;strokeWidth=1;endArrow=none;fontFamily=Comic Sans MS;" target="v83" value="">
          <mxGeometry relative="1" as="geometry" />
        </mxCell>
        <mxCell id="e96" edge="1" parent="1" source="v82" style="edgeStyle=none;html=1;strokeColor=#344D78;strokeWidth=1;endArrow=none;fontFamily=Comic Sans MS;" target="v84" value="">
          <mxGeometry relative="1" as="geometry" />
        </mxCell>
        <mxCell id="v97" parent="1" style="ellipse;whiteSpace=wrap;html=1;fillColor=#9A76D6;strokeColor=#9A76D6;strokeWidth=0;fontFamily=Comic Sans MS;" value="" vertex="1">
          <mxGeometry height="14" width="14" x="949" y="413" as="geometry" />
        </mxCell>
        <mxCell id="v98" parent="1" style="ellipse;whiteSpace=wrap;html=1;fillColor=#9A76D6;strokeColor=#9A76D6;strokeWidth=0;fontFamily=Comic Sans MS;" value="" vertex="1">
          <mxGeometry height="14" width="14" x="967" y="397" as="geometry" />
        </mxCell>
        <mxCell id="v99" parent="1" style="ellipse;whiteSpace=wrap;html=1;fillColor=#9A76D6;strokeColor=#9A76D6;strokeWidth=0;fontFamily=Comic Sans MS;" value="" vertex="1">
          <mxGeometry height="14" width="14" x="967" y="429" as="geometry" />
        </mxCell>
        <mxCell id="v100" parent="1" style="ellipse;whiteSpace=wrap;html=1;fillColor=#9A76D6;strokeColor=#9A76D6;strokeWidth=0;fontFamily=Comic Sans MS;" value="" vertex="1">
          <mxGeometry height="14" width="14" x="985" y="413" as="geometry" />
        </mxCell>
        <mxCell id="v101" parent="1" style="ellipse;whiteSpace=wrap;html=1;fillColor=#9A76D6;strokeColor=#9A76D6;strokeWidth=0;fontFamily=Comic Sans MS;" value="" vertex="1">
          <mxGeometry height="14" width="14" x="1003" y="397" as="geometry" />
        </mxCell>
        <mxCell id="v102" parent="1" style="ellipse;whiteSpace=wrap;html=1;fillColor=#9A76D6;strokeColor=#9A76D6;strokeWidth=0;fontFamily=Comic Sans MS;" value="" vertex="1">
          <mxGeometry height="14" width="14" x="1003" y="429" as="geometry" />
        </mxCell>
        <mxCell id="v103" parent="1" style="ellipse;whiteSpace=wrap;html=1;fillColor=#9A76D6;strokeColor=#9A76D6;strokeWidth=0;fontFamily=Comic Sans MS;" value="" vertex="1">
          <mxGeometry height="14" width="14" x="1021" y="413" as="geometry" />
        </mxCell>
        <mxCell id="e104" edge="1" parent="1" source="v97" style="edgeStyle=none;html=1;strokeColor=#8C71D7;strokeWidth=2;endArrow=none;fontFamily=Comic Sans MS;" target="v98" value="">
          <mxGeometry relative="1" as="geometry" />
        </mxCell>
        <mxCell id="e105" edge="1" parent="1" source="v97" style="edgeStyle=none;html=1;strokeColor=#8C71D7;strokeWidth=2;endArrow=none;fontFamily=Comic Sans MS;" target="v99" value="">
          <mxGeometry relative="1" as="geometry" />
        </mxCell>
        <mxCell id="e106" edge="1" parent="1" source="v98" style="edgeStyle=none;html=1;strokeColor=#8C71D7;strokeWidth=2;endArrow=none;fontFamily=Comic Sans MS;" target="v100" value="">
          <mxGeometry relative="1" as="geometry" />
        </mxCell>
        <mxCell id="e107" edge="1" parent="1" source="v99" style="edgeStyle=none;html=1;strokeColor=#8C71D7;strokeWidth=2;endArrow=none;fontFamily=Comic Sans MS;" target="v100" value="">
          <mxGeometry relative="1" as="geometry" />
        </mxCell>
        <mxCell id="e108" edge="1" parent="1" source="v100" style="edgeStyle=none;html=1;strokeColor=#8C71D7;strokeWidth=2;endArrow=none;fontFamily=Comic Sans MS;" target="v101" value="">
          <mxGeometry relative="1" as="geometry" />
        </mxCell>
        <mxCell id="e109" edge="1" parent="1" source="v100" style="edgeStyle=none;html=1;strokeColor=#8C71D7;strokeWidth=2;endArrow=none;fontFamily=Comic Sans MS;" target="v102" value="">
          <mxGeometry relative="1" as="geometry" />
        </mxCell>
        <mxCell id="e110" edge="1" parent="1" source="v101" style="edgeStyle=none;html=1;strokeColor=#8C71D7;strokeWidth=2;endArrow=none;fontFamily=Comic Sans MS;" target="v103" value="">
          <mxGeometry relative="1" as="geometry" />
        </mxCell>
        <mxCell id="e111" edge="1" parent="1" source="v102" style="edgeStyle=none;html=1;strokeColor=#8C71D7;strokeWidth=2;endArrow=none;fontFamily=Comic Sans MS;" target="v103" value="">
          <mxGeometry relative="1" as="geometry" />
        </mxCell>
        <mxCell id="v112" parent="1" style="shape=rect;fillColor=#E3C75E;strokeColor=#806B2A;strokeWidth=1;fontFamily=Comic Sans MS;" value="" vertex="1">
          <mxGeometry height="19" width="19" x="1080" y="400" as="geometry" />
        </mxCell>
        <mxCell id="v113" parent="1" style="shape=rect;fillColor=#F5E8A6;strokeColor=#806B2A;strokeWidth=1;fontFamily=Comic Sans MS;" value="" vertex="1">
          <mxGeometry height="19" width="19" x="1099" y="400" as="geometry" />
        </mxCell>
        <mxCell id="v114" parent="1" style="shape=rect;fillColor=#E3C75E;strokeColor=#806B2A;strokeWidth=1;fontFamily=Comic Sans MS;" value="" vertex="1">
          <mxGeometry height="19" width="19" x="1118" y="400" as="geometry" />
        </mxCell>
        <mxCell id="v115" parent="1" style="shape=rect;fillColor=#F5E8A6;strokeColor=#806B2A;strokeWidth=1;fontFamily=Comic Sans MS;" value="" vertex="1">
          <mxGeometry height="19" width="19" x="1080" y="419" as="geometry" />
        </mxCell>
        <mxCell id="v116" parent="1" style="shape=rect;fillColor=#E3C75E;strokeColor=#806B2A;strokeWidth=1;fontFamily=Comic Sans MS;" value="" vertex="1">
          <mxGeometry height="19" width="19" x="1099" y="419" as="geometry" />
        </mxCell>
        <mxCell id="v117" parent="1" style="shape=rect;fillColor=#F5E8A6;strokeColor=#806B2A;strokeWidth=1;fontFamily=Comic Sans MS;" value="" vertex="1">
          <mxGeometry height="19" width="19" x="1118" y="419" as="geometry" />
        </mxCell>
        <mxCell id="v118" parent="1" style="shape=rect;fillColor=#E3C75E;strokeColor=#806B2A;strokeWidth=1;fontFamily=Comic Sans MS;" value="" vertex="1">
          <mxGeometry height="19" width="19" x="1080" y="438" as="geometry" />
        </mxCell>
        <mxCell id="v119" parent="1" style="shape=rect;fillColor=#F5E8A6;strokeColor=#806B2A;strokeWidth=1;fontFamily=Comic Sans MS;" value="" vertex="1">
          <mxGeometry height="19" width="19" x="1099" y="438" as="geometry" />
        </mxCell>
        <mxCell id="v120" parent="1" style="shape=rect;fillColor=#E3C75E;strokeColor=#806B2A;strokeWidth=1;fontFamily=Comic Sans MS;" value="" vertex="1">
          <mxGeometry height="19" width="19" x="1118" y="438" as="geometry" />
        </mxCell>
        <mxCell id="v121" parent="1" style="shape=parallelogram;fillColor=#F6E9A9;strokeColor=#806B2A;strokeWidth=1;fontFamily=Comic Sans MS;size=0.15441176470588236;" value="" vertex="1">
          <mxGeometry height="11.5" width="68" x="1080" y="388" as="geometry" />
        </mxCell>
        <mxCell id="v122" parent="1" style="shape=parallelogram;direction=south;fillColor=#D9B94D;strokeColor=#806B2A;strokeWidth=1;fontFamily=Comic Sans MS;flipV=1;legacyAnchorPoints=0;size=0.16970802919708028;" value="" vertex="1">
          <mxGeometry height="68.5" width="11" x="1138" y="388" as="geometry" />
        </mxCell>
        <mxCell id="v123" parent="1" style="rounded=1;arcSize=20;whiteSpace=wrap;html=1;fillColor=#A9D6A6;strokeColor=#7762B0;strokeWidth=1;fontFamily=Comic Sans MS;" value="" vertex="1">
          <mxGeometry height="22" width="19" x="1200" y="408" as="geometry" />
        </mxCell>
        <mxCell id="v124" parent="1" style="rounded=1;arcSize=20;whiteSpace=wrap;html=1;fillColor=#8D70D2;strokeColor=#7762B0;strokeWidth=1;fontFamily=Comic Sans MS;" value="" vertex="1">
          <mxGeometry height="22" width="19" x="1224" y="408" as="geometry" />
        </mxCell>
        <mxCell id="v125" parent="1" style="rounded=1;arcSize=20;whiteSpace=wrap;html=1;fillColor=#B79ADB;strokeColor=#7762B0;strokeWidth=1;fontFamily=Comic Sans MS;" value="" vertex="1">
          <mxGeometry height="22" width="19" x="1248" y="408" as="geometry" />
        </mxCell>
        <mxCell id="v126" parent="1" style="text;html=1;whiteSpace=wrap;align=center;verticalAlign=middle;fontFamily=Comic Sans MS;fontSize=18;fontColor=#333333;fontStyle=1;spacing=0;" value="⋯" vertex="1">
          <mxGeometry height="20" width="12" x="1276" y="409" as="geometry" />
        </mxCell>
        <mxCell id="v127" parent="1" style="shape=line;strokeColor=#8B75D4;strokeWidth=1;dashed=1;dashPattern=6 4;fontFamily=Comic Sans MS;" value="" vertex="1">
          <mxGeometry height="1" width="620" x="685" y="476" as="geometry" />
        </mxCell>
-         <mxCell id="v128" parent="1" style="text;html=1;whiteSpace=wrap;align=center;verticalAlign=middle;fontFamily=Comic Sans MS;fontSize=19;fontColor=#222222;fontStyle=0;spacing=0;" value="降低声学建模复杂度，缓解文本到声学映射困难。" vertex="1">
+         <mxCell id="v128" parent="1" style="text;html=1;whiteSpace=wrap;align=center;verticalAlign=middle;fontFamily=Comic Sans MS;fontSize=19;fontColor=#222222;fontStyle=0;spacing=0;" value="&lt;span style=&quot;color: light-dark(rgb(110, 79, 197), rgb(237, 237, 237));&quot;&gt;降低声学建模复杂度，缓解文本到声学映射困难。&lt;/span&gt;" vertex="1">
          <mxGeometry height="30" width="575" x="707" y="485" as="geometry" />
        </mxCell>
        <mxCell id="v129" parent="1" style="rounded=1;arcSize=8;whiteSpace=wrap;html=1;fillColor=#F7FAFF;strokeColor=#9DB8E7;strokeWidth=1.5;fontFamily=Comic Sans MS;" value="" vertex="1">
          <mxGeometry height="138" width="105" x="677" y="632" as="geometry" />
        </mxCell>
        <mxCell id="v130" parent="1" style="text;html=1;whiteSpace=wrap;align=center;verticalAlign=middle;fontFamily=Comic Sans MS;fontSize=15;fontColor=#111111;fontStyle=0;spacing=0;" value="参考语音" vertex="1">
          <mxGeometry height="42" width="95" x="682" y="640" as="geometry" />
        </mxCell>
        <mxCell id="v131" parent="1" style="rounded=1;arcSize=8;whiteSpace=wrap;html=1;fillColor=#F7FAFF;strokeColor=#9DB8E7;strokeWidth=1.5;fontFamily=Comic Sans MS;" value="" vertex="1">
          <mxGeometry height="138" width="105" x="804" y="632" as="geometry" />
        </mxCell>
        <mxCell id="v132" parent="1" style="text;html=1;whiteSpace=wrap;align=center;verticalAlign=middle;fontFamily=Comic Sans MS;fontSize=15;fontColor=#111111;fontStyle=0;spacing=0;" value="wav2vec&lt;br&gt;2.0" vertex="1">
          <mxGeometry height="42" width="95" x="809" y="640" as="geometry" />
        </mxCell>
        <mxCell id="v133" parent="1" style="rounded=1;arcSize=8;whiteSpace=wrap;html=1;fillColor=#FCFAFF;strokeColor=#C5B4EC;strokeWidth=1.5;fontFamily=Comic Sans MS;" value="" vertex="1">
          <mxGeometry height="138" width="105" x="931" y="632" as="geometry" />
        </mxCell>
        <mxCell id="v134" parent="1" style="text;html=1;whiteSpace=wrap;align=center;verticalAlign=middle;fontFamily=Comic Sans MS;fontSize=15;fontColor=#111111;fontStyle=0;spacing=0;" value="任务掩码" vertex="1">
          <mxGeometry height="42" width="95" x="936" y="640" as="geometry" />
        </mxCell>
        <mxCell id="v135" parent="1" style="rounded=1;arcSize=8;whiteSpace=wrap;html=1;fillColor=#FFF9E9;strokeColor=#E5C976;strokeWidth=1.5;fontFamily=Comic Sans MS;" value="" vertex="1">
          <mxGeometry height="138" width="105" x="1058" y="632" as="geometry" />
        </mxCell>
        <mxCell id="v136" parent="1" style="text;html=1;whiteSpace=wrap;align=center;verticalAlign=middle;fontFamily=Comic Sans MS;fontSize=15;fontColor=#111111;fontStyle=0;spacing=0;" value="Emotion&lt;br&gt;Attention" vertex="1">
          <mxGeometry height="42" width="95" x="1063" y="640" as="geometry" />
        </mxCell>
        <mxCell id="v137" parent="1" style="rounded=1;arcSize=8;whiteSpace=wrap;html=1;fillColor=#F7FCF8;strokeColor=#AACDAE;strokeWidth=1.5;fontFamily=Comic Sans MS;" value="" vertex="1">
          <mxGeometry height="138" width="105" x="1185" y="632" as="geometry" />
        </mxCell>
        <mxCell id="v138" parent="1" style="text;html=1;whiteSpace=wrap;align=center;verticalAlign=middle;fontFamily=Comic Sans MS;fontSize=15;fontColor=#111111;fontStyle=0;spacing=0;" value="情感条件&lt;br&gt;特征" vertex="1">
          <mxGeometry height="42" width="95" x="1190" y="640" as="geometry" />
        </mxCell>
        <mxCell id="e139" edge="1" parent="1" source="v129" style="edgeStyle=orthogonalEdgeStyle;rounded=0;html=1;strokeColor=#111111;strokeWidth=2;endArrow=block;endFill=1;fontFamily=Comic Sans MS;" target="v131" value="">
          <mxGeometry relative="1" as="geometry" />
        </mxCell>
        <mxCell id="e140" edge="1" parent="1" source="v131" style="edgeStyle=orthogonalEdgeStyle;rounded=0;html=1;strokeColor=#111111;strokeWidth=2;endArrow=block;endFill=1;fontFamily=Comic Sans MS;" target="v133" value="">
          <mxGeometry relative="1" as="geometry" />
        </mxCell>
        <mxCell id="e141" edge="1" parent="1" source="v133" style="edgeStyle=orthogonalEdgeStyle;rounded=0;html=1;strokeColor=#111111;strokeWidth=2;endArrow=block;endFill=1;fontFamily=Comic Sans MS;" target="v135" value="">
          <mxGeometry relative="1" as="geometry" />
        </mxCell>
        <mxCell id="e142" edge="1" parent="1" source="v135" style="edgeStyle=orthogonalEdgeStyle;rounded=0;html=1;strokeColor=#111111;strokeWidth=2;endArrow=block;endFill=1;fontFamily=Comic Sans MS;" target="v137" value="">
          <mxGeometry relative="1" as="geometry" />
        </mxCell>
        <mxCell id="e143" edge="1" parent="1" style="edgeStyle=none;html=1;strokeColor=#3D75CC;strokeWidth=2;endArrow=none;" value="">
          <mxGeometry relative="1" as="geometry">
            <Array as="points">
              <mxPoint x="687" y="731" />
              <mxPoint x="692" y="731" />
            </Array>
          </mxGeometry>
        </mxCell>
        <mxCell id="e144" edge="1" parent="1" style="edgeStyle=none;html=1;strokeColor=#3D75CC;strokeWidth=2;endArrow=none;" value="">
          <mxGeometry relative="1" as="geometry">
            <Array as="points">
              <mxPoint x="692" y="731" />
              <mxPoint x="696" y="724" />
            </Array>
          </mxGeometry>
        </mxCell>
        <mxCell id="e145" edge="1" parent="1" style="edgeStyle=none;html=1;strokeColor=#3D75CC;strokeWidth=2;endArrow=none;" value="">
          <mxGeometry relative="1" as="geometry">
            <Array as="points">
              <mxPoint x="696" y="724" />
              <mxPoint x="700" y="741" />
            </Array>
          </mxGeometry>
        </mxCell>
        <mxCell id="e146" edge="1" parent="1" style="edgeStyle=none;html=1;strokeColor=#3D75CC;strokeWidth=2;endArrow=none;" value="">
          <mxGeometry relative="1" as="geometry">
            <Array as="points">
              <mxPoint x="700" y="741" />
              <mxPoint x="704" y="713" />
            </Array>
          </mxGeometry>
        </mxCell>
        <mxCell id="e147" edge="1" parent="1" style="edgeStyle=none;html=1;strokeColor=#3D75CC;strokeWidth=2;endArrow=none;" value="">
          <mxGeometry relative="1" as="geometry">
            <Array as="points">
              <mxPoint x="704" y="713" />
              <mxPoint x="708" y="748" />
            </Array>
          </mxGeometry>
        </mxCell>
        <mxCell id="e148" edge="1" parent="1" style="edgeStyle=none;html=1;strokeColor=#3D75CC;strokeWidth=2;endArrow=none;" value="">
          <mxGeometry relative="1" as="geometry">
            <Array as="points">
              <mxPoint x="708" y="748" />
              <mxPoint x="712" y="722" />
            </Array>
          </mxGeometry>
        </mxCell>
        <mxCell id="e149" edge="1" parent="1" style="edgeStyle=none;html=1;strokeColor=#3D75CC;strokeWidth=2;endArrow=none;" value="">
          <mxGeometry relative="1" as="geometry">
            <Array as="points">
              <mxPoint x="712" y="722" />
              <mxPoint x="716" y="739" />
            </Array>
          </mxGeometry>
        </mxCell>
        <mxCell id="e150" edge="1" parent="1" style="edgeStyle=none;html=1;strokeColor=#3D75CC;strokeWidth=2;endArrow=none;" value="">
          <mxGeometry relative="1" as="geometry">
            <Array as="points">
              <mxPoint x="716" y="739" />
              <mxPoint x="720" y="715" />
            </Array>
          </mxGeometry>
        </mxCell>
        <mxCell id="e151" edge="1" parent="1" style="edgeStyle=none;html=1;strokeColor=#3D75CC;strokeWidth=2;endArrow=none;" value="">
          <mxGeometry relative="1" as="geometry">
            <Array as="points">
              <mxPoint x="720" y="715" />
              <mxPoint x="724" y="747" />
            </Array>
          </mxGeometry>
        </mxCell>
        <mxCell id="e152" edge="1" parent="1" style="edgeStyle=none;html=1;strokeColor=#3D75CC;strokeWidth=2;endArrow=none;" value="">
          <mxGeometry relative="1" as="geometry">
            <Array as="points">
              <mxPoint x="724" y="747" />
              <mxPoint x="728" y="727" />
            </Array>
          </mxGeometry>
        </mxCell>
        <mxCell id="e153" edge="1" parent="1" style="edgeStyle=none;html=1;strokeColor=#3D75CC;strokeWidth=2;endArrow=none;" value="">
          <mxGeometry relative="1" as="geometry">
            <Array as="points">
              <mxPoint x="728" y="727" />
              <mxPoint x="732" y="734" />
            </Array>
          </mxGeometry>
        </mxCell>
        <mxCell id="e154" edge="1" parent="1" style="edgeStyle=none;html=1;strokeColor=#3D75CC;strokeWidth=2;endArrow=none;" value="">
          <mxGeometry relative="1" as="geometry">
            <Array as="points">
              <mxPoint x="732" y="734" />
              <mxPoint x="736" y="720" />
            </Array>
          </mxGeometry>
        </mxCell>
        <mxCell id="e155" edge="1" parent="1" style="edgeStyle=none;html=1;strokeColor=#3D75CC;strokeWidth=2;endArrow=none;" value="">
          <mxGeometry relative="1" as="geometry">
            <Array as="points">
              <mxPoint x="736" y="720" />
              <mxPoint x="740" y="744" />
            </Array>
          </mxGeometry>
        </mxCell>
        <mxCell id="e156" edge="1" parent="1" style="edgeStyle=none;html=1;strokeColor=#3D75CC;strokeWidth=2;endArrow=none;" value="">
          <mxGeometry relative="1" as="geometry">
            <Array as="points">
              <mxPoint x="740" y="744" />
              <mxPoint x="744" y="725" />
            </Array>
          </mxGeometry>
        </mxCell>
        <mxCell id="e157" edge="1" parent="1" style="edgeStyle=none;html=1;strokeColor=#3D75CC;strokeWidth=2;endArrow=none;" value="">
          <mxGeometry relative="1" as="geometry">
            <Array as="points">
              <mxPoint x="744" y="725" />
              <mxPoint x="748" y="735" />
            </Array>
          </mxGeometry>
        </mxCell>
        <mxCell id="e158" edge="1" parent="1" style="edgeStyle=none;html=1;strokeColor=#3D75CC;strokeWidth=2;endArrow=none;" value="">
          <mxGeometry relative="1" as="geometry">
            <Array as="points">
              <mxPoint x="748" y="735" />
              <mxPoint x="754" y="731" />
            </Array>
          </mxGeometry>
        </mxCell>
        <mxCell id="e159" edge="1" parent="1" style="edgeStyle=none;html=1;strokeColor=#3D75CC;strokeWidth=2;endArrow=none;" value="">
          <mxGeometry relative="1" as="geometry">
            <Array as="points">
              <mxPoint x="754" y="731" />
              <mxPoint x="763" y="731" />
            </Array>
          </mxGeometry>
        </mxCell>
        <mxCell id="v160" parent="1" style="ellipse;whiteSpace=wrap;html=1;fillColor=#8AB3EA;strokeColor=#466392;strokeWidth=1;fontFamily=Comic Sans MS;" value="" vertex="1">
          <mxGeometry height="10" width="10" x="821" y="713" as="geometry" />
        </mxCell>
        <mxCell id="v161" parent="1" style="ellipse;whiteSpace=wrap;html=1;fillColor=#8AB3EA;strokeColor=#466392;strokeWidth=1;fontFamily=Comic Sans MS;" value="" vertex="1">
          <mxGeometry height="10" width="10" x="821" y="736" as="geometry" />
        </mxCell>
        <mxCell id="v162" parent="1" style="ellipse;whiteSpace=wrap;html=1;fillColor=#8AB3EA;strokeColor=#466392;strokeWidth=1;fontFamily=Comic Sans MS;" value="" vertex="1">
          <mxGeometry height="10" width="10" x="844" y="701" as="geometry" />
        </mxCell>
        <mxCell id="v163" parent="1" style="ellipse;whiteSpace=wrap;html=1;fillColor=#8AB3EA;strokeColor=#466392;strokeWidth=1;fontFamily=Comic Sans MS;" value="" vertex="1">
          <mxGeometry height="10" width="10" x="844" y="724" as="geometry" />
        </mxCell>
        <mxCell id="v164" parent="1" style="ellipse;whiteSpace=wrap;html=1;fillColor=#8AB3EA;strokeColor=#466392;strokeWidth=1;fontFamily=Comic Sans MS;" value="" vertex="1">
          <mxGeometry height="10" width="10" x="844" y="747" as="geometry" />
        </mxCell>
        <mxCell id="v165" parent="1" style="ellipse;whiteSpace=wrap;html=1;fillColor=#8AB3EA;strokeColor=#466392;strokeWidth=1;fontFamily=Comic Sans MS;" value="" vertex="1">
          <mxGeometry height="10" width="10" x="867" y="713" as="geometry" />
        </mxCell>
        <mxCell id="v166" parent="1" style="ellipse;whiteSpace=wrap;html=1;fillColor=#8AB3EA;strokeColor=#466392;strokeWidth=1;fontFamily=Comic Sans MS;" value="" vertex="1">
          <mxGeometry height="10" width="10" x="867" y="736" as="geometry" />
        </mxCell>
        <mxCell id="e167" edge="1" parent="1" source="v160" style="edgeStyle=none;html=1;strokeColor=#49648A;strokeWidth=1;endArrow=none;fontFamily=Comic Sans MS;" target="v162" value="">
          <mxGeometry relative="1" as="geometry" />
        </mxCell>
        <mxCell id="e168" edge="1" parent="1" source="v160" style="edgeStyle=none;html=1;strokeColor=#49648A;strokeWidth=1;endArrow=none;fontFamily=Comic Sans MS;" target="v163" value="">
          <mxGeometry relative="1" as="geometry" />
        </mxCell>
        <mxCell id="e169" edge="1" parent="1" source="v160" style="edgeStyle=none;html=1;strokeColor=#49648A;strokeWidth=1;endArrow=none;fontFamily=Comic Sans MS;" target="v164" value="">
          <mxGeometry relative="1" as="geometry" />
        </mxCell>
        <mxCell id="e170" edge="1" parent="1" source="v161" style="edgeStyle=none;html=1;strokeColor=#49648A;strokeWidth=1;endArrow=none;fontFamily=Comic Sans MS;" target="v162" value="">
          <mxGeometry relative="1" as="geometry" />
        </mxCell>
        <mxCell id="e171" edge="1" parent="1" source="v161" style="edgeStyle=none;html=1;strokeColor=#49648A;strokeWidth=1;endArrow=none;fontFamily=Comic Sans MS;" target="v163" value="">
          <mxGeometry relative="1" as="geometry" />
        </mxCell>
        <mxCell id="e172" edge="1" parent="1" source="v161" style="edgeStyle=none;html=1;strokeColor=#49648A;strokeWidth=1;endArrow=none;fontFamily=Comic Sans MS;" target="v164" value="">
          <mxGeometry relative="1" as="geometry" />
        </mxCell>
        <mxCell id="e173" edge="1" parent="1" source="v162" style="edgeStyle=none;html=1;strokeColor=#49648A;strokeWidth=1;endArrow=none;fontFamily=Comic Sans MS;" target="v165" value="">
          <mxGeometry relative="1" as="geometry" />
        </mxCell>
        <mxCell id="e174" edge="1" parent="1" source="v162" style="edgeStyle=none;html=1;strokeColor=#49648A;strokeWidth=1;endArrow=none;fontFamily=Comic Sans MS;" target="v166" value="">
          <mxGeometry relative="1" as="geometry" />
        </mxCell>
        <mxCell id="e175" edge="1" parent="1" source="v163" style="edgeStyle=none;html=1;strokeColor=#49648A;strokeWidth=1;endArrow=none;fontFamily=Comic Sans MS;" target="v165" value="">
          <mxGeometry relative="1" as="geometry" />
        </mxCell>
        <mxCell id="e176" edge="1" parent="1" source="v163" style="edgeStyle=none;html=1;strokeColor=#49648A;strokeWidth=1;endArrow=none;fontFamily=Comic Sans MS;" target="v166" value="">
          <mxGeometry relative="1" as="geometry" />
        </mxCell>
        <mxCell id="e177" edge="1" parent="1" source="v164" style="edgeStyle=none;html=1;strokeColor=#49648A;strokeWidth=1;endArrow=none;fontFamily=Comic Sans MS;" target="v165" value="">
          <mxGeometry relative="1" as="geometry" />
        </mxCell>
        <mxCell id="e178" edge="1" parent="1" source="v164" style="edgeStyle=none;html=1;strokeColor=#49648A;strokeWidth=1;endArrow=none;fontFamily=Comic Sans MS;" target="v166" value="">
          <mxGeometry relative="1" as="geometry" />
        </mxCell>
        <mxCell id="v195" parent="1" style="shape=rect;fillColor=#FFFFFF;strokeColor=#333333;strokeWidth=1;fontFamily=Comic Sans MS;" value="" vertex="1">
          <mxGeometry height="12" width="12" x="1070" y="704" as="geometry" />
        </mxCell>
        <mxCell id="v196" parent="1" style="shape=rect;fillColor=#8F6BCF;strokeColor=#513B96;strokeWidth=1;fontFamily=Comic Sans MS;" value="" vertex="1">
          <mxGeometry height="16" width="16" x="1068" y="742" as="geometry" />
        </mxCell>
        <mxCell id="v197" parent="1" style="shape=rect;fillColor=#FFFFFF;strokeColor=#333333;strokeWidth=1;fontFamily=Comic Sans MS;" value="" vertex="1">
          <mxGeometry height="12" width="12" x="1088" y="704" as="geometry" />
        </mxCell>
        <mxCell id="v198" parent="1" style="shape=rect;fillColor=#8F6BCF;strokeColor=#513B96;strokeWidth=1;fontFamily=Comic Sans MS;" value="" vertex="1">
          <mxGeometry height="16" width="16" x="1088" y="742" as="geometry" />
        </mxCell>
        <mxCell id="v199" parent="1" style="shape=rect;fillColor=#FFFFFF;strokeColor=#333333;strokeWidth=1;fontFamily=Comic Sans MS;" value="" vertex="1">
          <mxGeometry height="12" width="12" x="1106" y="704" as="geometry" />
        </mxCell>
        <mxCell id="v200" parent="1" style="shape=rect;fillColor=#8F6BCF;strokeColor=#513B96;strokeWidth=1;fontFamily=Comic Sans MS;" value="" vertex="1">
          <mxGeometry height="16" width="16" x="1108" y="742" as="geometry" />
        </mxCell>
        <mxCell id="v201" parent="1" style="shape=rect;fillColor=#FFFFFF;strokeColor=#333333;strokeWidth=1;fontFamily=Comic Sans MS;" value="" vertex="1">
          <mxGeometry height="12" width="12" x="1124" y="704" as="geometry" />
        </mxCell>
        <mxCell id="v202" parent="1" style="shape=rect;fillColor=#8F6BCF;strokeColor=#513B96;strokeWidth=1;fontFamily=Comic Sans MS;" value="" vertex="1">
          <mxGeometry height="16" width="16" x="1128" y="742" as="geometry" />
        </mxCell>
        <mxCell id="v203" parent="1" style="shape=rect;fillColor=#FFFFFF;strokeColor=#333333;strokeWidth=1;fontFamily=Comic Sans MS;" value="" vertex="1">
          <mxGeometry height="12" width="12" x="1142" y="704" as="geometry" />
        </mxCell>
        <mxCell id="v204" parent="1" style="shape=rect;fillColor=#8F6BCF;strokeColor=#513B96;strokeWidth=1;fontFamily=Comic Sans MS;" value="" vertex="1">
          <mxGeometry height="16" width="16" x="1148" y="742" as="geometry" />
        </mxCell>
        <mxCell id="e205" edge="1" parent="1" source="v195" style="edgeStyle=none;html=1;strokeColor=#555555;strokeWidth=1;endArrow=none;fontFamily=Comic Sans MS;" target="v196" value="">
          <mxGeometry relative="1" as="geometry" />
        </mxCell>
        <mxCell id="e206" edge="1" parent="1" source="v195" style="edgeStyle=none;html=1;strokeColor=#555555;strokeWidth=1;endArrow=none;fontFamily=Comic Sans MS;" target="v198" value="">
          <mxGeometry relative="1" as="geometry" />
        </mxCell>
        <mxCell id="e207" edge="1" parent="1" source="v197" style="edgeStyle=none;html=1;strokeColor=#555555;strokeWidth=1;endArrow=none;fontFamily=Comic Sans MS;" target="v196" value="">
          <mxGeometry relative="1" as="geometry" />
        </mxCell>
        <mxCell id="e208" edge="1" parent="1" source="v197" style="edgeStyle=none;html=1;strokeColor=#555555;strokeWidth=1;endArrow=none;fontFamily=Comic Sans MS;" target="v198" value="">
          <mxGeometry relative="1" as="geometry" />
        </mxCell>
        <mxCell id="e209" edge="1" parent="1" source="v197" style="edgeStyle=none;html=1;strokeColor=#555555;strokeWidth=1;endArrow=none;fontFamily=Comic Sans MS;" target="v200" value="">
          <mxGeometry relative="1" as="geometry" />
        </mxCell>
        <mxCell id="e210" edge="1" parent="1" source="v199" style="edgeStyle=none;html=1;strokeColor=#555555;strokeWidth=1;endArrow=none;fontFamily=Comic Sans MS;" target="v198" value="">
          <mxGeometry relative="1" as="geometry" />
        </mxCell>
        <mxCell id="e211" edge="1" parent="1" source="v199" style="edgeStyle=none;html=1;strokeColor=#555555;strokeWidth=1;endArrow=none;fontFamily=Comic Sans MS;" target="v200" value="">
          <mxGeometry relative="1" as="geometry" />
        </mxCell>
        <mxCell id="e212" edge="1" parent="1" source="v199" style="edgeStyle=none;html=1;strokeColor=#555555;strokeWidth=1;endArrow=none;fontFamily=Comic Sans MS;" target="v202" value="">
          <mxGeometry relative="1" as="geometry" />
        </mxCell>
        <mxCell id="e213" edge="1" parent="1" source="v201" style="edgeStyle=none;html=1;strokeColor=#555555;strokeWidth=1;endArrow=none;fontFamily=Comic Sans MS;" target="v200" value="">
          <mxGeometry relative="1" as="geometry" />
        </mxCell>
        <mxCell id="e214" edge="1" parent="1" source="v201" style="edgeStyle=none;html=1;strokeColor=#555555;strokeWidth=1;endArrow=none;fontFamily=Comic Sans MS;" target="v202" value="">
          <mxGeometry relative="1" as="geometry" />
        </mxCell>
        <mxCell id="e215" edge="1" parent="1" source="v201" style="edgeStyle=none;html=1;strokeColor=#555555;strokeWidth=1;endArrow=none;fontFamily=Comic Sans MS;" target="v204" value="">
          <mxGeometry relative="1" as="geometry" />
        </mxCell>
        <mxCell id="e216" edge="1" parent="1" source="v203" style="edgeStyle=none;html=1;strokeColor=#555555;strokeWidth=1;endArrow=none;fontFamily=Comic Sans MS;" target="v202" value="">
          <mxGeometry relative="1" as="geometry" />
        </mxCell>
        <mxCell id="e217" edge="1" parent="1" source="v203" style="edgeStyle=none;html=1;strokeColor=#555555;strokeWidth=1;endArrow=none;fontFamily=Comic Sans MS;" target="v204" value="">
          <mxGeometry relative="1" as="geometry" />
        </mxCell>
        <mxCell id="v218" parent="1" style="shape=rect;fillColor=#8B6AC7;gradientColor=#C6B4E7;gradientDirection=north;strokeColor=#6E55A9;strokeWidth=1;fontFamily=Comic Sans MS;" value="" vertex="1">
          <mxGeometry height="34" width="16" x="1198" y="714" as="geometry" />
        </mxCell>
        <mxCell id="v219" parent="1" style="shape=rect;fillColor=#8B6AC7;gradientColor=#C6B4E7;gradientDirection=north;strokeColor=#6E55A9;strokeWidth=1;fontFamily=Comic Sans MS;" value="" vertex="1">
          <mxGeometry height="42" width="16" x="1220" y="706" as="geometry" />
        </mxCell>
        <mxCell id="v220" parent="1" style="shape=rect;fillColor=#8B6AC7;gradientColor=#C6B4E7;gradientDirection=north;strokeColor=#6E55A9;strokeWidth=1;fontFamily=Comic Sans MS;" value="" vertex="1">
          <mxGeometry height="38" width="16" x="1242" y="710" as="geometry" />
        </mxCell>
        <mxCell id="v221" parent="1" style="shape=rect;fillColor=#8B6AC7;gradientColor=#C6B4E7;gradientDirection=north;strokeColor=#6E55A9;strokeWidth=1;fontFamily=Comic Sans MS;" value="" vertex="1">
          <mxGeometry height="31" width="16" x="1264" y="717" as="geometry" />
        </mxCell>
        <mxCell id="v222" parent="1" style="text;html=1;whiteSpace=wrap;align=center;verticalAlign=middle;fontFamily=Comic Sans MS;fontSize=18;fontColor=#333333;fontStyle=1;spacing=0;" value="⋯" vertex="1">
          <mxGeometry height="20" width="12" x="1276" y="715" as="geometry" />
        </mxCell>
        <mxCell id="v223" parent="1" style="shape=line;strokeColor=#8B75D4;strokeWidth=1;dashed=1;dashPattern=6 4;fontFamily=Comic Sans MS;" value="" vertex="1">
          <mxGeometry height="1" width="620" x="685" y="786" as="geometry" />
        </mxCell>
-         <mxCell id="v224" parent="1" style="text;html=1;whiteSpace=wrap;align=center;verticalAlign=middle;fontFamily=Comic Sans MS;fontSize=19;fontColor=#222222;fontStyle=0;spacing=0;" value="削弱非情感因素干扰，提取更纯净稳定的情感特征。" vertex="1">
+         <mxCell id="v224" parent="1" style="text;html=1;whiteSpace=wrap;align=center;verticalAlign=middle;fontFamily=Comic Sans MS;fontSize=19;fontColor=#222222;fontStyle=0;spacing=0;" value="&lt;span style=&quot;color: light-dark(rgb(110, 79, 197), rgb(237, 237, 237));&quot;&gt;削弱非情感因素干扰，提取更纯净稳定的情感特征。&lt;/span&gt;" vertex="1">
          <mxGeometry height="30" width="580" x="705" y="795" as="geometry" />
        </mxCell>
        <mxCell id="e225" edge="1" parent="1" style="edgeStyle=orthogonalEdgeStyle;rounded=0;html=1;strokeColor=#5D43B3;strokeWidth=4;endArrow=none;" value="">
          <mxGeometry relative="1" as="geometry">
            <Array as="points">
              <mxPoint x="1322" y="378" />
              <mxPoint x="1355" y="378" />
              <mxPoint x="1355" y="519" />
            </Array>
          </mxGeometry>
        </mxCell>
        <mxCell id="e226" edge="1" parent="1" style="edgeStyle=orthogonalEdgeStyle;rounded=0;html=1;strokeColor=#5D43B3;strokeWidth=4;endArrow=none;" value="">
          <mxGeometry relative="1" as="geometry">
            <Array as="points">
              <mxPoint x="1322" y="695" />
              <mxPoint x="1355" y="695" />
              <mxPoint x="1355" y="519" />
            </Array>
          </mxGeometry>
        </mxCell>
        <mxCell id="e227" edge="1" parent="1" style="edgeStyle=orthogonalEdgeStyle;rounded=0;html=1;strokeColor=#5D43B3;strokeWidth=4;endArrow=block;endFill=1;" value="">
          <mxGeometry relative="1" as="geometry">
            <Array as="points">
              <mxPoint x="1355" y="519" />
              <mxPoint x="1403" y="519" />
            </Array>
          </mxGeometry>
        </mxCell>
        <mxCell id="v228" parent="1" style="ellipse;whiteSpace=wrap;html=1;fillColor=#FFFFFF;strokeColor=#D6C9EE;strokeWidth=5;fontFamily=Comic Sans MS;" value="" vertex="1">
          <mxGeometry height="135" width="135" x="1448" y="328" as="geometry" />
        </mxCell>
        <mxCell id="v229" parent="1" style="ellipse;whiteSpace=wrap;html=1;fillColor=#FFFFFF;strokeColor=#6F54BA;strokeWidth=9;fontFamily=Comic Sans MS;" value="" vertex="1">
          <mxGeometry height="92" width="92" x="1470" y="350" as="geometry" />
        </mxCell>
        <mxCell id="v230" parent="1" style="ellipse;whiteSpace=wrap;html=1;fillColor=#FFFFFF;strokeColor=#6F54BA;strokeWidth=9;fontFamily=Comic Sans MS;" value="" vertex="1">
          <mxGeometry height="48" width="48" x="1492" y="372" as="geometry" />
        </mxCell>
        <mxCell id="v231" parent="1" style="ellipse;whiteSpace=wrap;html=1;fillColor=#6F54BA;strokeColor=#6F54BA;strokeWidth=0;fontFamily=Comic Sans MS;" value="" vertex="1">
          <mxGeometry height="16" width="16" x="1508" y="388" as="geometry" />
        </mxCell>
        <mxCell id="v232" parent="1" style="shape=rect;rotation=-45;fillColor=#6F54BA;strokeColor=none;fontFamily=Comic Sans MS;" value="" vertex="1">
          <mxGeometry height="10" width="62" x="1514" y="365" as="geometry" />
        </mxCell>
        <mxCell id="v233" parent="1" style="shape=triangle;direction=east;rotation=-45;fillColor=#6F54BA;strokeColor=none;fontFamily=Comic Sans MS;" value="" vertex="1">
          <mxGeometry height="28" width="28" x="1561" y="341" as="geometry" />
        </mxCell>
        <mxCell id="v234" parent="1" style="shape=line;strokeColor=#8B75D4;strokeWidth=1;dashed=1;dashPattern=6 4;fontFamily=Comic Sans MS;" value="" vertex="1">
          <mxGeometry height="1" width="180" x="1425" y="522" as="geometry" />
        </mxCell>
        <mxCell id="v235" parent="1" style="text;html=1;whiteSpace=wrap;align=center;verticalAlign=middle;fontFamily=Comic Sans MS;fontSize=24;fontColor=#5134A6;fontStyle=1;spacing=0;" value="提升合成语音的&lt;br&gt;自然度、&lt;br&gt;情感可控性与&lt;br&gt;声学质量。" vertex="1">
          <mxGeometry height="180" width="170" x="1430" y="555" as="geometry" />
        </mxCell>
        <mxCell id="mLJ6RkBWi0f_F3Ge-QQL-3" connectable="0" parent="1" style="group" value="" vertex="1">
          <mxGeometry height="68" width="80" x="945" y="690" as="geometry" />
        </mxCell>
        <mxCell id="v179" parent="mLJ6RkBWi0f_F3Ge-QQL-3" style="shape=rect;fillColor=#222222;strokeColor=#777777;strokeWidth=1;fontFamily=Comic Sans MS;" value="" vertex="1">
          <mxGeometry height="17" width="20" as="geometry" />
        </mxCell>
        <mxCell id="v180" parent="mLJ6RkBWi0f_F3Ge-QQL-3" style="shape=rect;fillColor=#F4F2F7;strokeColor=#777777;strokeWidth=1;fontFamily=Comic Sans MS;" value="" vertex="1">
          <mxGeometry height="17" width="20" x="20" as="geometry" />
        </mxCell>
        <mxCell id="v181" parent="mLJ6RkBWi0f_F3Ge-QQL-3" style="shape=rect;fillColor=#FFFFFF;strokeColor=#777777;strokeWidth=1;fontFamily=Comic Sans MS;" value="" vertex="1">
          <mxGeometry height="17" width="20" x="40" as="geometry" />
        </mxCell>
        <mxCell id="v182" parent="mLJ6RkBWi0f_F3Ge-QQL-3" style="shape=rect;fillColor=#FFFFFF;strokeColor=#777777;strokeWidth=1;fontFamily=Comic Sans MS;" value="" vertex="1">
          <mxGeometry height="17" width="20" x="60" as="geometry" />
        </mxCell>
        <mxCell id="v183" parent="mLJ6RkBWi0f_F3Ge-QQL-3" style="shape=rect;fillColor=#F6F4F7;strokeColor=#777777;strokeWidth=1;fontFamily=Comic Sans MS;" value="" vertex="1">
          <mxGeometry height="17" width="20" y="17" as="geometry" />
        </mxCell>
        <mxCell id="v184" parent="mLJ6RkBWi0f_F3Ge-QQL-3" style="shape=rect;fillColor=#FFFFFF;strokeColor=#777777;strokeWidth=1;fontFamily=Comic Sans MS;" value="" vertex="1">
          <mxGeometry height="17" width="20" x="20" y="17" as="geometry" />
        </mxCell>
        <mxCell id="v185" parent="mLJ6RkBWi0f_F3Ge-QQL-3" style="shape=rect;fillColor=#ECE8F3;strokeColor=#777777;strokeWidth=1;fontFamily=Comic Sans MS;" value="" vertex="1">
          <mxGeometry height="17" width="20" x="40" y="17" as="geometry" />
        </mxCell>
        <mxCell id="v186" parent="mLJ6RkBWi0f_F3Ge-QQL-3" style="shape=rect;fillColor=#FFFFFF;strokeColor=#777777;strokeWidth=1;fontFamily=Comic Sans MS;" value="" vertex="1">
          <mxGeometry height="17" width="20" x="60" y="17" as="geometry" />
        </mxCell>
        <mxCell id="v187" parent="mLJ6RkBWi0f_F3Ge-QQL-3" style="shape=rect;fillColor=#FFFFFF;strokeColor=#777777;strokeWidth=1;fontFamily=Comic Sans MS;" value="" vertex="1">
          <mxGeometry height="17" width="20" y="34" as="geometry" />
        </mxCell>
        <mxCell id="v188" parent="mLJ6RkBWi0f_F3Ge-QQL-3" style="shape=rect;fillColor=#ECE8F3;strokeColor=#777777;strokeWidth=1;fontFamily=Comic Sans MS;" value="" vertex="1">
          <mxGeometry height="17" width="20" x="20" y="34" as="geometry" />
        </mxCell>
        <mxCell id="v189" parent="mLJ6RkBWi0f_F3Ge-QQL-3" style="shape=rect;fillColor=#FFFFFF;strokeColor=#777777;strokeWidth=1;fontFamily=Comic Sans MS;" value="" vertex="1">
          <mxGeometry height="17" width="20" x="40" y="34" as="geometry" />
        </mxCell>
        <mxCell id="v190" parent="mLJ6RkBWi0f_F3Ge-QQL-3" style="shape=rect;fillColor=#F7F5FA;strokeColor=#777777;strokeWidth=1;fontFamily=Comic Sans MS;" value="" vertex="1">
          <mxGeometry height="17" width="20" x="60" y="34" as="geometry" />
        </mxCell>
        <mxCell id="v191" parent="mLJ6RkBWi0f_F3Ge-QQL-3" style="shape=rect;fillColor=#FFFFFF;strokeColor=#777777;strokeWidth=1;fontFamily=Comic Sans MS;" value="" vertex="1">
          <mxGeometry height="17" width="20" y="51" as="geometry" />
        </mxCell>
        <mxCell id="v192" parent="mLJ6RkBWi0f_F3Ge-QQL-3" style="shape=rect;fillColor=#FFFFFF;strokeColor=#777777;strokeWidth=1;fontFamily=Comic Sans MS;" value="" vertex="1">
          <mxGeometry height="17" width="20" x="20" y="51" as="geometry" />
        </mxCell>
        <mxCell id="v193" parent="mLJ6RkBWi0f_F3Ge-QQL-3" style="shape=rect;fillColor=#F3F0F7;strokeColor=#777777;strokeWidth=1;fontFamily=Comic Sans MS;" value="" vertex="1">
          <mxGeometry height="17" width="20" x="40" y="51" as="geometry" />
        </mxCell>
        <mxCell id="v194" parent="mLJ6RkBWi0f_F3Ge-QQL-3" style="shape=rect;fillColor=#222222;strokeColor=#777777;strokeWidth=1;fontFamily=Comic Sans MS;" value="" vertex="1">
          <mxGeometry height="17" width="20" x="60" y="51" as="geometry" />
        </mxCell>
      </root>
    </mxGraphModel>
  </diagram>
</mxfile>
